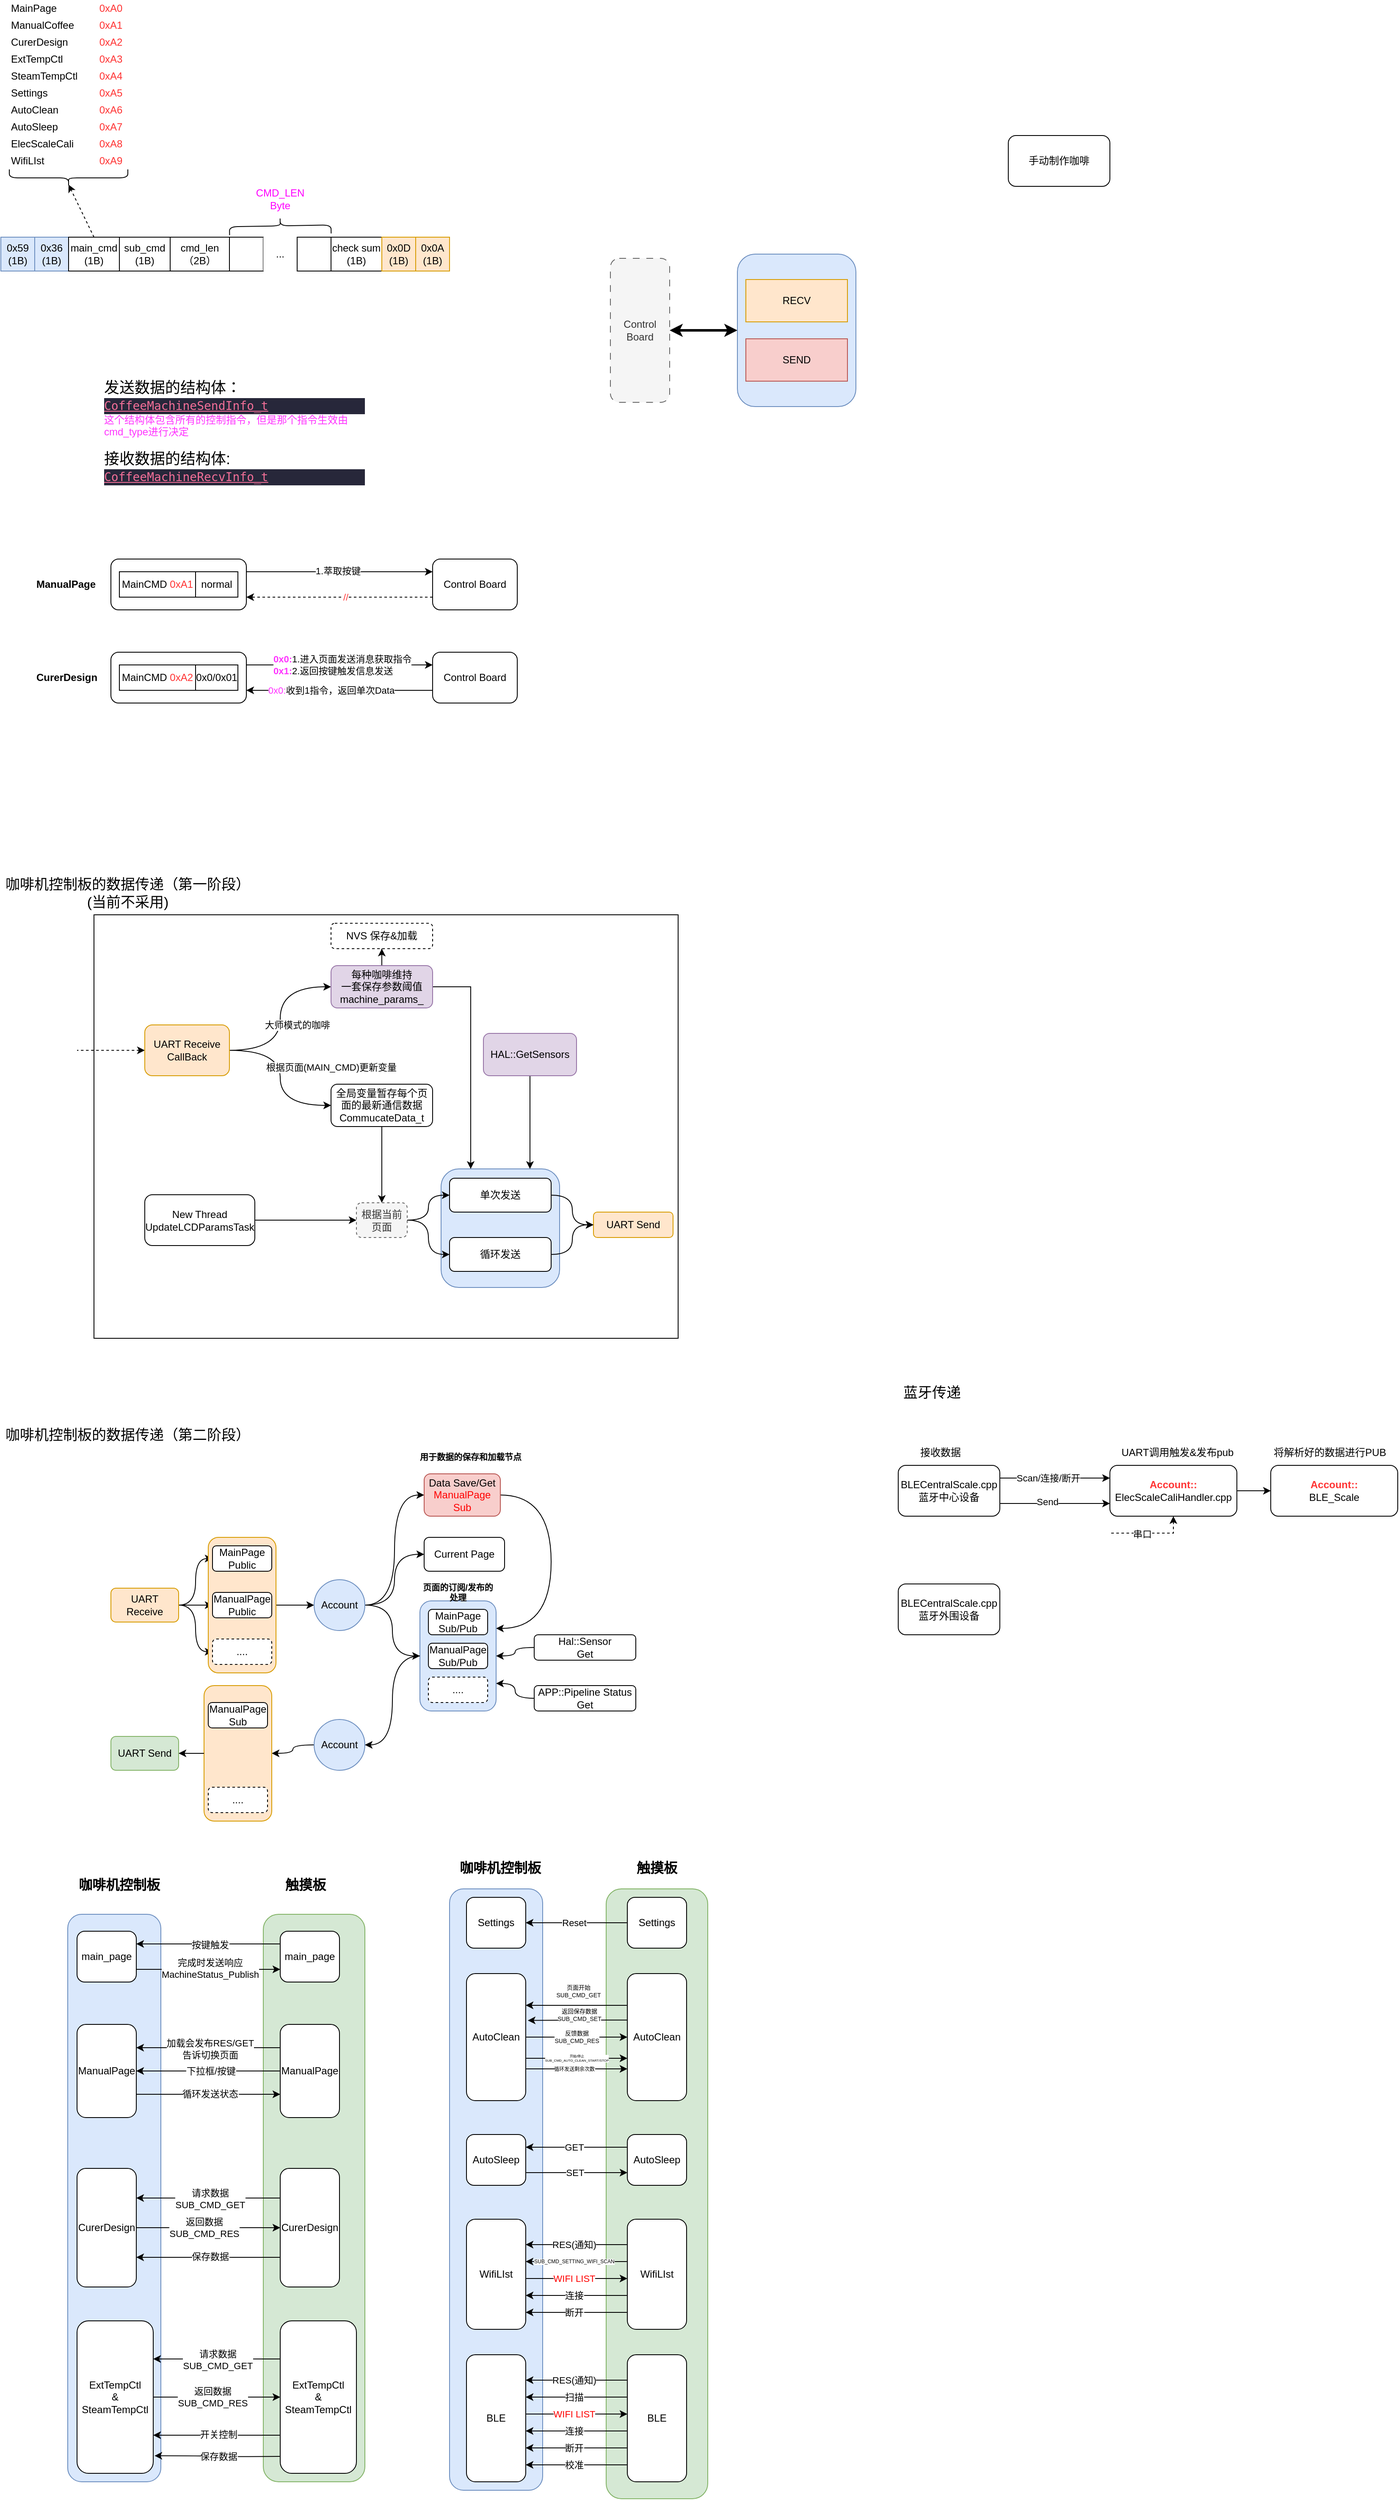
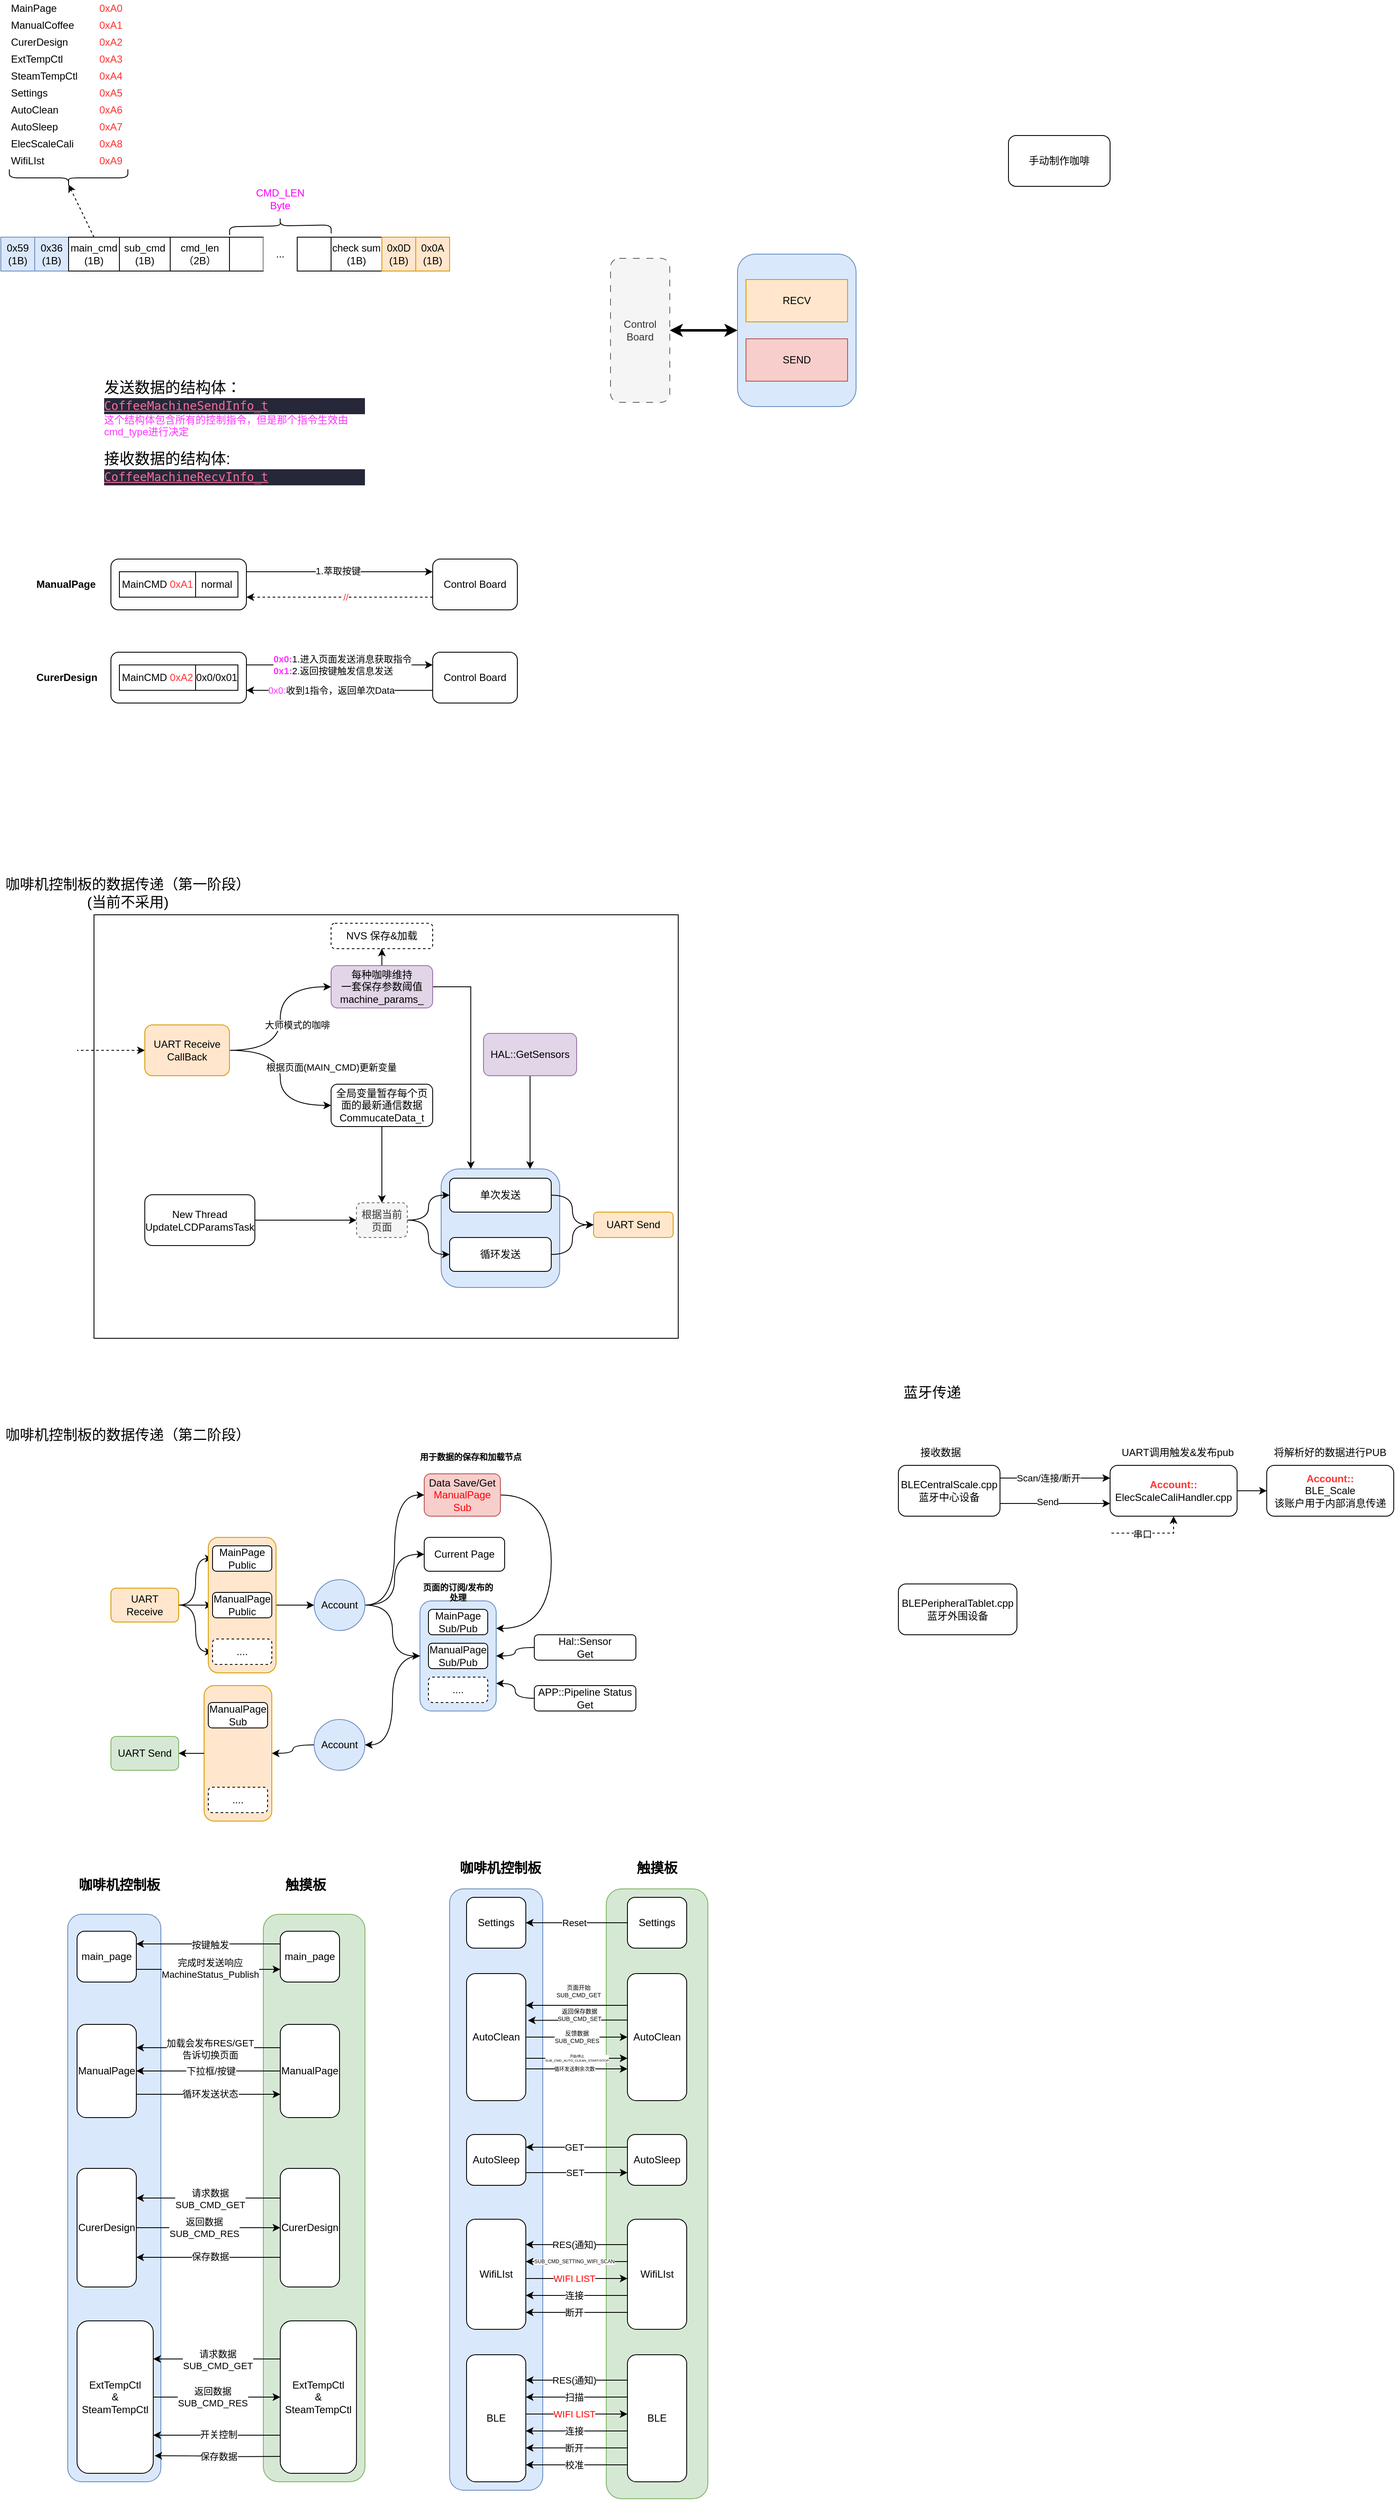
<mxfile host="app.diagrams.net" agent="Mozilla/5.0 (X11; Linux x86_64) AppleWebKit/537.36 (KHTML, like Gecko) Chrome/140.0.0.0 Safari/537.36" version="29.6.0">
  <diagram name="第 1 页" id="YS_H6mL25fh3fKIpdfkU">
-     <mxGraphModel dx="320" dy="178" grid="1" gridSize="10" guides="1" tooltips="1" connect="1" arrows="1" fold="1" page="1" pageScale="1" pageWidth="2339" pageHeight="3300" math="0" shadow="0">
+     <mxGraphModel dx="792" dy="439" grid="1" gridSize="10" guides="1" tooltips="1" connect="1" arrows="1" fold="1" page="1" pageScale="1" pageWidth="2339" pageHeight="3300" math="0" shadow="0">
      <root>
        <mxCell id="0" />
        <mxCell id="1" parent="0" />
        <mxCell id="So0UA55S36cV1F2LpzZS-79" parent="1" style="rounded=1;whiteSpace=wrap;html=1;fillColor=#dae8fc;strokeColor=#6c8ebf;" value="" vertex="1">
          <mxGeometry height="710" width="110" x="540" y="2430" as="geometry" />
        </mxCell>
        <mxCell id="So0UA55S36cV1F2LpzZS-78" parent="1" style="rounded=1;whiteSpace=wrap;html=1;fillColor=#d5e8d4;strokeColor=#82b366;" value="" vertex="1">
          <mxGeometry height="720" width="120" x="725" y="2430" as="geometry" />
        </mxCell>
        <mxCell id="So0UA55S36cV1F2LpzZS-27" parent="1" style="rounded=1;whiteSpace=wrap;html=1;fillColor=#d5e8d4;strokeColor=#82b366;" value="" vertex="1">
          <mxGeometry height="670" width="120" x="320" y="2460" as="geometry" />
        </mxCell>
        <mxCell id="So0UA55S36cV1F2LpzZS-26" parent="1" style="rounded=1;whiteSpace=wrap;html=1;fillColor=#dae8fc;strokeColor=#6c8ebf;" value="" vertex="1">
          <mxGeometry height="670" width="110" x="89" y="2460" as="geometry" />
        </mxCell>
        <mxCell id="2UAaex6_is9iRHGtf3RM-1" parent="1" style="rounded=0;whiteSpace=wrap;html=1;" value="" vertex="1">
          <mxGeometry height="500" width="690" x="120" y="1280" as="geometry" />
        </mxCell>
        <mxCell id="QHgMQiRaE8kp91t9TFko-46" edge="1" parent="1" source="QHgMQiRaE8kp91t9TFko-44" style="edgeStyle=orthogonalEdgeStyle;curved=1;rounded=0;orthogonalLoop=1;jettySize=auto;html=1;exitX=1;exitY=0.5;exitDx=0;exitDy=0;entryX=0;entryY=0.5;entryDx=0;entryDy=0;" target="QHgMQiRaE8kp91t9TFko-20">
          <mxGeometry relative="1" as="geometry" />
        </mxCell>
        <mxCell id="QHgMQiRaE8kp91t9TFko-8" parent="1" style="rounded=1;whiteSpace=wrap;html=1;fillColor=#dae8fc;strokeColor=#6c8ebf;" value="" vertex="1">
          <mxGeometry height="140" width="140" x="530" y="1580" as="geometry" />
        </mxCell>
        <mxCell id="LW7SI0gk3JkEk94tFt96-5" edge="1" parent="1" source="LW7SI0gk3JkEk94tFt96-3" style="edgeStyle=orthogonalEdgeStyle;rounded=0;orthogonalLoop=1;jettySize=auto;html=1;exitX=1;exitY=0.25;exitDx=0;exitDy=0;entryX=0;entryY=0.25;entryDx=0;entryDy=0;" target="LW7SI0gk3JkEk94tFt96-4">
          <mxGeometry relative="1" as="geometry" />
        </mxCell>
        <mxCell id="LW7SI0gk3JkEk94tFt96-7" connectable="0" parent="LW7SI0gk3JkEk94tFt96-5" style="edgeLabel;html=1;align=center;verticalAlign=middle;resizable=0;points=[];" value="1.萃取按键" vertex="1">
          <mxGeometry relative="1" x="-0.0226" y="1" as="geometry">
            <mxPoint as="offset" />
          </mxGeometry>
        </mxCell>
        <mxCell id="LW7SI0gk3JkEk94tFt96-3" parent="1" style="rounded=1;whiteSpace=wrap;html=1;" value="" vertex="1">
          <mxGeometry height="60" width="160" x="140" y="860" as="geometry" />
        </mxCell>
        <mxCell id="E0zu7Y5M0wVkiJI-4bCJ-4" parent="1" style="rounded=1;whiteSpace=wrap;html=1;fillColor=#dae8fc;strokeColor=#6c8ebf;" value="" vertex="1">
          <mxGeometry height="180" width="140" x="880" y="500" as="geometry" />
        </mxCell>
        <mxCell id="ZfkO5bAba6AxOlsboeHB-1" parent="1" style="rounded=0;whiteSpace=wrap;html=1;fillColor=#dae8fc;strokeColor=#6c8ebf;" value="0x59&lt;br&gt;(1B)" vertex="1">
          <mxGeometry height="40" width="40" x="10" y="480" as="geometry" />
        </mxCell>
        <mxCell id="ZfkO5bAba6AxOlsboeHB-2" parent="1" style="rounded=0;whiteSpace=wrap;html=1;fillColor=#dae8fc;strokeColor=#6c8ebf;" value="0x36&lt;br&gt;(1B)" vertex="1">
          <mxGeometry height="40" width="40" x="50" y="480" as="geometry" />
        </mxCell>
        <mxCell id="ZfkO5bAba6AxOlsboeHB-3" parent="1" style="rounded=0;whiteSpace=wrap;html=1;" value="cmd_len&lt;br&gt;（2B）" vertex="1">
          <mxGeometry height="40" width="70" x="210" y="480" as="geometry" />
        </mxCell>
        <mxCell id="wmODB4DJ2BbZmpBUl9iy-1" parent="1" style="rounded=0;whiteSpace=wrap;html=1;" value="sub_cmd&lt;br&gt;(1B)" vertex="1">
          <mxGeometry height="40" width="60" x="150" y="480" as="geometry" />
        </mxCell>
        <mxCell id="wmODB4DJ2BbZmpBUl9iy-3" parent="1" style="rounded=0;whiteSpace=wrap;html=1;" value="" vertex="1">
          <mxGeometry height="40" width="40" x="280" y="480" as="geometry" />
        </mxCell>
        <mxCell id="wmODB4DJ2BbZmpBUl9iy-4" parent="1" style="rounded=0;whiteSpace=wrap;html=1;gradientColor=none;strokeColor=none;" value="..." vertex="1">
          <mxGeometry height="40" width="40" x="320" y="480" as="geometry" />
        </mxCell>
        <mxCell id="wmODB4DJ2BbZmpBUl9iy-5" parent="1" style="rounded=0;whiteSpace=wrap;html=1;" value="" vertex="1">
          <mxGeometry height="40" width="40" x="360" y="480" as="geometry" />
        </mxCell>
        <mxCell id="wmODB4DJ2BbZmpBUl9iy-6" parent="1" style="rounded=0;whiteSpace=wrap;html=1;" value="check sum&lt;br&gt;(1B)" vertex="1">
          <mxGeometry height="40" width="60" x="400" y="480" as="geometry" />
        </mxCell>
        <mxCell id="wmODB4DJ2BbZmpBUl9iy-7" parent="1" style="shape=curlyBracket;whiteSpace=wrap;html=1;rounded=1;labelPosition=left;verticalLabelPosition=middle;align=right;verticalAlign=middle;rotation=89;" value="" vertex="1">
          <mxGeometry height="120" width="20" x="330" y="406.65" as="geometry" />
        </mxCell>
        <mxCell id="wmODB4DJ2BbZmpBUl9iy-8" parent="1" style="text;html=1;whiteSpace=wrap;strokeColor=none;fillColor=none;align=center;verticalAlign=middle;rounded=0;fontColor=#FF00FF;" value="CMD_LEN Byte" vertex="1">
          <mxGeometry height="30" width="60" x="310" y="420" as="geometry" />
        </mxCell>
        <mxCell id="wmODB4DJ2BbZmpBUl9iy-9" parent="1" style="rounded=0;whiteSpace=wrap;html=1;fillColor=#ffe6cc;strokeColor=#d79b00;" value="0x0D&lt;br&gt;(1B)" vertex="1">
          <mxGeometry height="40" width="40" x="460" y="480" as="geometry" />
        </mxCell>
        <mxCell id="wmODB4DJ2BbZmpBUl9iy-10" parent="1" style="rounded=0;whiteSpace=wrap;html=1;fillColor=#ffe6cc;strokeColor=#d79b00;" value="0x0A&lt;br&gt;(1B)" vertex="1">
          <mxGeometry height="40" width="40" x="500" y="480" as="geometry" />
        </mxCell>
        <mxCell id="E0zu7Y5M0wVkiJI-4bCJ-1" parent="1" style="text;html=1;whiteSpace=wrap;strokeColor=none;fillColor=none;align=left;verticalAlign=middle;rounded=0;" value="&lt;font style=&quot;font-size: 18px;&quot;&gt;发送数据的结构体：&lt;/font&gt;&lt;br&gt;&lt;div style=&quot;color: rgb(252, 246, 255); background-color: rgb(39, 39, 58); font-family: &amp;quot;Droid Sans Mono&amp;quot;, &amp;quot;monospace&amp;quot;, monospace; font-size: 14px; line-height: 19px; white-space: pre;&quot;&gt;&lt;span style=&quot;color: rgb(243, 111, 152); text-decoration-line: underline;&quot;&gt;CoffeeMachineSendInfo_t&lt;/span&gt;&lt;/div&gt;&lt;font style=&quot;color: rgb(255, 51, 255);&quot;&gt;这个结构体包含所有的控制指令，但是那个指令生效由cmd_type进行决定&lt;/font&gt;&lt;br&gt;&lt;br&gt;&lt;font style=&quot;font-size: 18px;&quot;&gt;接收数据的结构体:&lt;/font&gt;&lt;br&gt;&lt;div style=&quot;color: rgb(252, 246, 255); background-color: rgb(39, 39, 58); font-family: &amp;quot;Droid Sans Mono&amp;quot;, &amp;quot;monospace&amp;quot;, monospace; font-size: 14px; line-height: 19px; white-space: pre;&quot;&gt;&lt;span style=&quot;color: rgb(243, 111, 152); text-decoration-line: underline;&quot;&gt;CoffeeMachineRecvInfo_t&lt;/span&gt;&lt;/div&gt;" vertex="1">
          <mxGeometry height="200" width="310" x="130" y="610" as="geometry" />
        </mxCell>
        <mxCell id="E0zu7Y5M0wVkiJI-4bCJ-2" parent="1" style="rounded=0;whiteSpace=wrap;html=1;fillColor=#ffe6cc;strokeColor=#d79b00;" value="RECV" vertex="1">
          <mxGeometry height="50" width="120" x="890" y="530" as="geometry" />
        </mxCell>
        <mxCell id="E0zu7Y5M0wVkiJI-4bCJ-3" parent="1" style="rounded=0;whiteSpace=wrap;html=1;fillColor=#f8cecc;strokeColor=#b85450;" value="SEND" vertex="1">
          <mxGeometry height="50" width="120" x="890" y="600" as="geometry" />
        </mxCell>
        <mxCell id="E0zu7Y5M0wVkiJI-4bCJ-6" edge="1" parent="1" source="E0zu7Y5M0wVkiJI-4bCJ-5" style="edgeStyle=orthogonalEdgeStyle;rounded=0;orthogonalLoop=1;jettySize=auto;html=1;exitX=1;exitY=0.5;exitDx=0;exitDy=0;entryX=0;entryY=0.5;entryDx=0;entryDy=0;startArrow=classic;startFill=1;strokeWidth=3;" target="E0zu7Y5M0wVkiJI-4bCJ-4">
          <mxGeometry relative="1" as="geometry" />
        </mxCell>
        <mxCell id="E0zu7Y5M0wVkiJI-4bCJ-5" parent="1" style="rounded=1;whiteSpace=wrap;html=1;rotation=0;dashed=1;dashPattern=8 8;fillColor=#f5f5f5;fontColor=#333333;strokeColor=#666666;" value="Control Board" vertex="1">
          <mxGeometry height="170" width="70" x="730" y="505" as="geometry" />
        </mxCell>
        <mxCell id="E0zu7Y5M0wVkiJI-4bCJ-7" parent="1" style="rounded=1;whiteSpace=wrap;html=1;" value="手动制作咖啡" vertex="1">
          <mxGeometry height="60" width="120" x="1200" y="360" as="geometry" />
        </mxCell>
        <mxCell id="E0zu7Y5M0wVkiJI-4bCJ-13" parent="1" style="rounded=0;whiteSpace=wrap;html=1;" value="main_cmd&lt;br&gt;(1B)" vertex="1">
          <mxGeometry height="40" width="60" x="90" y="480" as="geometry" />
        </mxCell>
        <mxCell id="E0zu7Y5M0wVkiJI-4bCJ-14" parent="1" style="text;html=1;whiteSpace=wrap;strokeColor=none;fillColor=none;align=left;verticalAlign=middle;rounded=0;" value="MainPage" vertex="1">
          <mxGeometry height="20" width="60" x="20" y="200" as="geometry" />
        </mxCell>
        <mxCell id="E0zu7Y5M0wVkiJI-4bCJ-15" parent="1" style="text;html=1;whiteSpace=wrap;strokeColor=none;fillColor=none;align=left;verticalAlign=middle;rounded=0;" value="ManualCoffee" vertex="1">
          <mxGeometry height="20" width="80" x="20" y="220" as="geometry" />
        </mxCell>
        <mxCell id="E0zu7Y5M0wVkiJI-4bCJ-16" parent="1" style="text;html=1;whiteSpace=wrap;strokeColor=none;fillColor=none;align=left;verticalAlign=middle;rounded=0;" value="CurerDesign" vertex="1">
          <mxGeometry height="20" width="70" x="20" y="240" as="geometry" />
        </mxCell>
        <mxCell id="E0zu7Y5M0wVkiJI-4bCJ-17" parent="1" style="text;html=1;whiteSpace=wrap;strokeColor=none;fillColor=none;align=left;verticalAlign=middle;rounded=0;" value="ExtTempCtl" vertex="1">
          <mxGeometry height="20" width="70" x="20" y="260" as="geometry" />
        </mxCell>
        <mxCell id="E0zu7Y5M0wVkiJI-4bCJ-18" parent="1" style="text;html=1;whiteSpace=wrap;strokeColor=none;fillColor=none;align=left;verticalAlign=middle;rounded=0;" value="SteamTempCtl" vertex="1">
          <mxGeometry height="20" width="80" x="20" y="280" as="geometry" />
        </mxCell>
        <mxCell id="E0zu7Y5M0wVkiJI-4bCJ-19" parent="1" style="text;html=1;whiteSpace=wrap;strokeColor=none;fillColor=none;align=left;verticalAlign=middle;rounded=0;" value="Settings" vertex="1">
          <mxGeometry height="20" width="80" x="20" y="300" as="geometry" />
        </mxCell>
        <mxCell id="E0zu7Y5M0wVkiJI-4bCJ-20" parent="1" style="text;html=1;whiteSpace=wrap;strokeColor=none;fillColor=none;align=left;verticalAlign=middle;rounded=0;" value="AutoClean" vertex="1">
          <mxGeometry height="20" width="80" x="20" y="320" as="geometry" />
        </mxCell>
        <mxCell id="E0zu7Y5M0wVkiJI-4bCJ-21" parent="1" style="text;html=1;whiteSpace=wrap;strokeColor=none;fillColor=none;align=left;verticalAlign=middle;rounded=0;" value="AutoSleep" vertex="1">
          <mxGeometry height="20" width="80" x="20" y="340" as="geometry" />
        </mxCell>
        <mxCell id="E0zu7Y5M0wVkiJI-4bCJ-22" parent="1" style="text;html=1;whiteSpace=wrap;strokeColor=none;fillColor=none;align=left;verticalAlign=middle;rounded=0;" value="WifiLIst" vertex="1">
          <mxGeometry height="20" width="80" x="20" y="380" as="geometry" />
        </mxCell>
        <mxCell id="E0zu7Y5M0wVkiJI-4bCJ-23" parent="1" style="text;html=1;whiteSpace=wrap;strokeColor=none;fillColor=none;align=left;verticalAlign=middle;rounded=0;" value="ElecScaleCali" vertex="1">
          <mxGeometry height="20" width="80" x="20" y="360" as="geometry" />
        </mxCell>
        <mxCell id="E0zu7Y5M0wVkiJI-4bCJ-24" parent="1" style="text;html=1;whiteSpace=wrap;strokeColor=none;fillColor=none;align=center;verticalAlign=middle;rounded=0;fontColor=#FF3333;" value="0xA0" vertex="1">
          <mxGeometry height="15" width="60" x="110" y="202.5" as="geometry" />
        </mxCell>
        <mxCell id="E0zu7Y5M0wVkiJI-4bCJ-25" parent="1" style="text;html=1;whiteSpace=wrap;strokeColor=none;fillColor=none;align=center;verticalAlign=middle;rounded=0;fontColor=#FF3333;" value="0xA1" vertex="1">
          <mxGeometry height="15" width="60" x="110" y="222.5" as="geometry" />
        </mxCell>
        <mxCell id="E0zu7Y5M0wVkiJI-4bCJ-26" parent="1" style="text;html=1;whiteSpace=wrap;strokeColor=none;fillColor=none;align=center;verticalAlign=middle;rounded=0;fontColor=#FF3333;" value="0xA2" vertex="1">
          <mxGeometry height="15" width="60" x="110" y="242.5" as="geometry" />
        </mxCell>
        <mxCell id="E0zu7Y5M0wVkiJI-4bCJ-27" parent="1" style="text;html=1;whiteSpace=wrap;strokeColor=none;fillColor=none;align=center;verticalAlign=middle;rounded=0;fontColor=#FF3333;" value="0xA3" vertex="1">
          <mxGeometry height="15" width="60" x="110" y="262.5" as="geometry" />
        </mxCell>
        <mxCell id="E0zu7Y5M0wVkiJI-4bCJ-28" parent="1" style="text;html=1;whiteSpace=wrap;strokeColor=none;fillColor=none;align=center;verticalAlign=middle;rounded=0;fontColor=#FF3333;" value="0xA4" vertex="1">
          <mxGeometry height="15" width="60" x="110" y="282.5" as="geometry" />
        </mxCell>
        <mxCell id="E0zu7Y5M0wVkiJI-4bCJ-29" parent="1" style="text;html=1;whiteSpace=wrap;strokeColor=none;fillColor=none;align=center;verticalAlign=middle;rounded=0;fontColor=#FF3333;" value="0xA5" vertex="1">
          <mxGeometry height="15" width="60" x="110" y="302.5" as="geometry" />
        </mxCell>
        <mxCell id="E0zu7Y5M0wVkiJI-4bCJ-30" parent="1" style="text;html=1;whiteSpace=wrap;strokeColor=none;fillColor=none;align=center;verticalAlign=middle;rounded=0;fontColor=#FF3333;" value="0xA6" vertex="1">
          <mxGeometry height="15" width="60" x="110" y="322.5" as="geometry" />
        </mxCell>
        <mxCell id="E0zu7Y5M0wVkiJI-4bCJ-31" parent="1" style="text;html=1;whiteSpace=wrap;strokeColor=none;fillColor=none;align=center;verticalAlign=middle;rounded=0;fontColor=#FF3333;" value="0xA7" vertex="1">
          <mxGeometry height="15" width="60" x="110" y="342.5" as="geometry" />
        </mxCell>
        <mxCell id="E0zu7Y5M0wVkiJI-4bCJ-32" parent="1" style="text;html=1;whiteSpace=wrap;strokeColor=none;fillColor=none;align=center;verticalAlign=middle;rounded=0;fontColor=#FF3333;" value="0xA8" vertex="1">
          <mxGeometry height="15" width="60" x="110" y="362.5" as="geometry" />
        </mxCell>
        <mxCell id="E0zu7Y5M0wVkiJI-4bCJ-33" parent="1" style="text;html=1;whiteSpace=wrap;strokeColor=none;fillColor=none;align=center;verticalAlign=middle;rounded=0;fontColor=#FF3333;" value="0xA9" vertex="1">
          <mxGeometry height="15" width="60" x="110" y="382.5" as="geometry" />
        </mxCell>
        <mxCell id="E0zu7Y5M0wVkiJI-4bCJ-34" parent="1" style="shape=curlyBracket;whiteSpace=wrap;html=1;rounded=1;labelPosition=left;verticalLabelPosition=middle;align=right;verticalAlign=middle;rotation=-90;" value="" vertex="1">
          <mxGeometry height="140" width="20" x="80" y="340" as="geometry" />
        </mxCell>
        <mxCell id="E0zu7Y5M0wVkiJI-4bCJ-36" edge="1" parent="1" source="E0zu7Y5M0wVkiJI-4bCJ-13" style="rounded=0;orthogonalLoop=1;jettySize=auto;html=1;exitX=0.5;exitY=0;exitDx=0;exitDy=0;entryX=0.1;entryY=0.5;entryDx=0;entryDy=0;entryPerimeter=0;dashed=1;" target="E0zu7Y5M0wVkiJI-4bCJ-34">
          <mxGeometry relative="1" as="geometry" />
        </mxCell>
        <mxCell id="E0zu7Y5M0wVkiJI-4bCJ-37" parent="1" style="text;html=1;whiteSpace=wrap;strokeColor=none;fillColor=none;align=left;verticalAlign=middle;rounded=0;fontStyle=1" value="ManualPage" vertex="1">
          <mxGeometry height="20" width="60" x="50" y="880" as="geometry" />
        </mxCell>
        <mxCell id="LW7SI0gk3JkEk94tFt96-1" parent="1" style="rounded=0;whiteSpace=wrap;html=1;" value="&lt;span style=&quot;text-align: left;&quot;&gt;MainCMD&amp;nbsp;&lt;/span&gt;&lt;span style=&quot;color: rgb(255, 51, 51);&quot;&gt;0xA1&lt;/span&gt;" vertex="1">
          <mxGeometry height="30" width="90" x="150" y="875" as="geometry" />
        </mxCell>
        <mxCell id="LW7SI0gk3JkEk94tFt96-2" parent="1" style="rounded=0;whiteSpace=wrap;html=1;" value="&lt;div style=&quot;text-align: left;&quot;&gt;normal&lt;/div&gt;" vertex="1">
          <mxGeometry height="30" width="50" x="240" y="875" as="geometry" />
        </mxCell>
        <mxCell id="LW7SI0gk3JkEk94tFt96-6" edge="1" parent="1" source="LW7SI0gk3JkEk94tFt96-4" style="edgeStyle=orthogonalEdgeStyle;rounded=0;orthogonalLoop=1;jettySize=auto;html=1;exitX=0;exitY=0.75;exitDx=0;exitDy=0;entryX=1;entryY=0.75;entryDx=0;entryDy=0;dashed=1;" target="LW7SI0gk3JkEk94tFt96-3">
          <mxGeometry relative="1" as="geometry" />
        </mxCell>
        <mxCell id="LW7SI0gk3JkEk94tFt96-8" connectable="0" parent="LW7SI0gk3JkEk94tFt96-6" style="edgeLabel;html=1;align=center;verticalAlign=middle;resizable=0;points=[];" value="&lt;font style=&quot;color: rgb(255, 51, 51);&quot;&gt;//&lt;/font&gt;" vertex="1">
          <mxGeometry relative="1" x="-0.0607" as="geometry">
            <mxPoint as="offset" />
          </mxGeometry>
        </mxCell>
        <mxCell id="LW7SI0gk3JkEk94tFt96-4" parent="1" style="rounded=1;whiteSpace=wrap;html=1;" value="Control Board" vertex="1">
          <mxGeometry height="60" width="100" x="520" y="860" as="geometry" />
        </mxCell>
        <mxCell id="LW7SI0gk3JkEk94tFt96-9" edge="1" parent="1" source="LW7SI0gk3JkEk94tFt96-11" style="edgeStyle=orthogonalEdgeStyle;rounded=0;orthogonalLoop=1;jettySize=auto;html=1;exitX=1;exitY=0.25;exitDx=0;exitDy=0;entryX=0;entryY=0.25;entryDx=0;entryDy=0;" target="LW7SI0gk3JkEk94tFt96-17">
          <mxGeometry relative="1" as="geometry" />
        </mxCell>
        <mxCell id="LW7SI0gk3JkEk94tFt96-10" connectable="0" parent="LW7SI0gk3JkEk94tFt96-9" style="edgeLabel;html=1;align=left;verticalAlign=middle;resizable=0;points=[];" value="&lt;b&gt;&lt;font style=&quot;color: rgb(255, 51, 255);&quot;&gt;0x0:&lt;/font&gt;&lt;/b&gt;1.进入页面发送消息获取指令&lt;br&gt;&lt;b&gt;&lt;font style=&quot;color: rgb(255, 51, 255);&quot;&gt;0x1:&lt;/font&gt;&lt;/b&gt;2.返回按键触发信息发送" vertex="1">
          <mxGeometry relative="1" x="-0.0226" y="1" as="geometry">
            <mxPoint x="-78" y="1" as="offset" />
          </mxGeometry>
        </mxCell>
        <mxCell id="LW7SI0gk3JkEk94tFt96-11" parent="1" style="rounded=1;whiteSpace=wrap;html=1;" value="" vertex="1">
          <mxGeometry height="60" width="160" x="140" y="970" as="geometry" />
        </mxCell>
        <mxCell id="LW7SI0gk3JkEk94tFt96-12" parent="1" style="text;html=1;whiteSpace=wrap;strokeColor=none;fillColor=none;align=left;verticalAlign=middle;rounded=0;fontStyle=1" value="CurerDesign" vertex="1">
          <mxGeometry height="20" width="60" x="50" y="990" as="geometry" />
        </mxCell>
        <mxCell id="LW7SI0gk3JkEk94tFt96-13" parent="1" style="rounded=0;whiteSpace=wrap;html=1;" value="&lt;span style=&quot;text-align: left;&quot;&gt;MainCMD&amp;nbsp;&lt;/span&gt;&lt;span style=&quot;color: rgb(255, 51, 51);&quot;&gt;0xA2&lt;/span&gt;" vertex="1">
          <mxGeometry height="30" width="90" x="150" y="985" as="geometry" />
        </mxCell>
        <mxCell id="LW7SI0gk3JkEk94tFt96-14" parent="1" style="rounded=0;whiteSpace=wrap;html=1;" value="&lt;div style=&quot;text-align: left;&quot;&gt;0x0/0x01&lt;/div&gt;" vertex="1">
          <mxGeometry height="30" width="50" x="240" y="985" as="geometry" />
        </mxCell>
        <mxCell id="LW7SI0gk3JkEk94tFt96-15" edge="1" parent="1" source="LW7SI0gk3JkEk94tFt96-17" style="edgeStyle=orthogonalEdgeStyle;rounded=0;orthogonalLoop=1;jettySize=auto;html=1;exitX=0;exitY=0.75;exitDx=0;exitDy=0;entryX=1;entryY=0.75;entryDx=0;entryDy=0;" target="LW7SI0gk3JkEk94tFt96-11">
          <mxGeometry relative="1" as="geometry" />
        </mxCell>
        <mxCell id="LW7SI0gk3JkEk94tFt96-20" connectable="0" parent="LW7SI0gk3JkEk94tFt96-15" style="edgeLabel;html=1;align=center;verticalAlign=middle;resizable=0;points=[];" value="&lt;font style=&quot;color: rgb(255, 51, 255);&quot;&gt;0x0:&lt;/font&gt;收到1指令，返回单次Data" vertex="1">
          <mxGeometry relative="1" x="0.2375" y="-1" as="geometry">
            <mxPoint x="16" y="1" as="offset" />
          </mxGeometry>
        </mxCell>
        <mxCell id="LW7SI0gk3JkEk94tFt96-17" parent="1" style="rounded=1;whiteSpace=wrap;html=1;" value="Control Board" vertex="1">
          <mxGeometry height="60" width="100" x="520" y="970" as="geometry" />
        </mxCell>
        <mxCell id="J33PR6cPvQYWGb48CCDG-5" edge="1" parent="1" source="J33PR6cPvQYWGb48CCDG-1" style="edgeStyle=orthogonalEdgeStyle;rounded=0;orthogonalLoop=1;jettySize=auto;html=1;exitX=0;exitY=0.5;exitDx=0;exitDy=0;startArrow=classic;startFill=1;endArrow=none;endFill=0;dashed=1;">
          <mxGeometry relative="1" as="geometry">
            <Array as="points">
              <mxPoint x="100" y="1440" />
            </Array>
            <mxPoint x="100" y="1440" as="targetPoint" />
          </mxGeometry>
        </mxCell>
        <mxCell id="J33PR6cPvQYWGb48CCDG-8" edge="1" parent="1" source="J33PR6cPvQYWGb48CCDG-1" style="edgeStyle=orthogonalEdgeStyle;rounded=0;orthogonalLoop=1;jettySize=auto;html=1;exitX=1;exitY=0.5;exitDx=0;exitDy=0;entryX=0;entryY=0.5;entryDx=0;entryDy=0;curved=1;" target="J33PR6cPvQYWGb48CCDG-7">
          <mxGeometry relative="1" as="geometry" />
        </mxCell>
        <mxCell id="J33PR6cPvQYWGb48CCDG-9" connectable="0" parent="J33PR6cPvQYWGb48CCDG-8" style="edgeLabel;html=1;align=center;verticalAlign=middle;resizable=0;points=[];" value="根据页面(MAIN_CMD)更新变量" vertex="1">
          <mxGeometry relative="1" x="0.0044" y="-3" as="geometry">
            <mxPoint x="63" y="-13" as="offset" />
          </mxGeometry>
        </mxCell>
        <mxCell id="J33PR6cPvQYWGb48CCDG-11" edge="1" parent="1" source="J33PR6cPvQYWGb48CCDG-1" style="edgeStyle=orthogonalEdgeStyle;rounded=0;orthogonalLoop=1;jettySize=auto;html=1;exitX=1;exitY=0.5;exitDx=0;exitDy=0;entryX=0;entryY=0.5;entryDx=0;entryDy=0;curved=1;" target="J33PR6cPvQYWGb48CCDG-10">
          <mxGeometry relative="1" as="geometry" />
        </mxCell>
        <mxCell id="J33PR6cPvQYWGb48CCDG-12" connectable="0" parent="J33PR6cPvQYWGb48CCDG-11" style="edgeLabel;html=1;align=center;verticalAlign=middle;resizable=0;points=[];" value="大师模式的咖啡" vertex="1">
          <mxGeometry relative="1" x="-0.0542" y="-3" as="geometry">
            <mxPoint x="17" y="2" as="offset" />
          </mxGeometry>
        </mxCell>
        <mxCell id="J33PR6cPvQYWGb48CCDG-1" parent="1" style="rounded=1;whiteSpace=wrap;html=1;fillColor=#ffe6cc;strokeColor=#d79b00;" value="UART Receive&lt;br&gt;CallBack" vertex="1">
          <mxGeometry height="60" width="100" x="180" y="1410" as="geometry" />
        </mxCell>
        <mxCell id="J33PR6cPvQYWGb48CCDG-2" parent="1" style="text;html=1;whiteSpace=wrap;strokeColor=none;fillColor=none;align=center;verticalAlign=middle;rounded=0;fontSize=17;" value="咖啡机控制板的数据传递（第一阶段）(当前不采用&lt;span style=&quot;background-color: transparent; color: light-dark(rgb(0, 0, 0), rgb(255, 255, 255));&quot;&gt;)&lt;/span&gt;" vertex="1">
          <mxGeometry height="30" width="300" x="10" y="1240" as="geometry" />
        </mxCell>
        <mxCell id="J33PR6cPvQYWGb48CCDG-4" parent="1" style="rounded=1;whiteSpace=wrap;html=1;fillColor=#ffe6cc;strokeColor=#d79b00;" value="UART Send" vertex="1">
          <mxGeometry height="30" width="94" x="710" y="1631" as="geometry" />
        </mxCell>
        <mxCell id="QHgMQiRaE8kp91t9TFko-12" edge="1" parent="1" source="J33PR6cPvQYWGb48CCDG-7" style="edgeStyle=orthogonalEdgeStyle;rounded=0;orthogonalLoop=1;jettySize=auto;html=1;exitX=0.5;exitY=1;exitDx=0;exitDy=0;entryX=0.5;entryY=0;entryDx=0;entryDy=0;curved=1;" target="9MY9XchGhbJzdbUOc_TD-1">
          <mxGeometry relative="1" as="geometry" />
        </mxCell>
        <mxCell id="J33PR6cPvQYWGb48CCDG-7" parent="1" style="rounded=1;whiteSpace=wrap;html=1;" value="全局变量暂存每个页面的最新通信数据&lt;br&gt;CommucateData_t" vertex="1">
          <mxGeometry height="50" width="120" x="400" y="1480" as="geometry" />
        </mxCell>
        <mxCell id="J33PR6cPvQYWGb48CCDG-14" edge="1" parent="1" source="J33PR6cPvQYWGb48CCDG-10" style="edgeStyle=orthogonalEdgeStyle;rounded=0;orthogonalLoop=1;jettySize=auto;html=1;" target="J33PR6cPvQYWGb48CCDG-13" value="">
          <mxGeometry relative="1" as="geometry" />
        </mxCell>
        <mxCell id="QHgMQiRaE8kp91t9TFko-15" edge="1" parent="1" source="J33PR6cPvQYWGb48CCDG-10" style="edgeStyle=orthogonalEdgeStyle;rounded=0;orthogonalLoop=1;jettySize=auto;html=1;exitX=1;exitY=0.5;exitDx=0;exitDy=0;entryX=0.25;entryY=0;entryDx=0;entryDy=0;" target="QHgMQiRaE8kp91t9TFko-8">
          <mxGeometry relative="1" as="geometry" />
        </mxCell>
        <mxCell id="J33PR6cPvQYWGb48CCDG-10" parent="1" style="rounded=1;whiteSpace=wrap;html=1;fillColor=#e1d5e7;strokeColor=#9673a6;" value="每种咖啡维持&lt;br&gt;一套保存参数阈值&lt;br&gt;machine_params_" vertex="1">
          <mxGeometry height="50" width="120" x="400" y="1340" as="geometry" />
        </mxCell>
        <mxCell id="J33PR6cPvQYWGb48CCDG-13" parent="1" style="whiteSpace=wrap;html=1;rounded=1;dashed=1;" value="NVS 保存&amp;amp;加载" vertex="1">
          <mxGeometry height="30" width="120" x="400" y="1290" as="geometry" />
        </mxCell>
        <mxCell id="QHgMQiRaE8kp91t9TFko-3" edge="1" parent="1" source="9MY9XchGhbJzdbUOc_TD-1" style="edgeStyle=orthogonalEdgeStyle;rounded=0;orthogonalLoop=1;jettySize=auto;html=1;exitX=1;exitY=0.5;exitDx=0;exitDy=0;entryX=0;entryY=0.5;entryDx=0;entryDy=0;curved=1;" target="9MY9XchGhbJzdbUOc_TD-2">
          <mxGeometry relative="1" as="geometry" />
        </mxCell>
        <mxCell id="QHgMQiRaE8kp91t9TFko-4" edge="1" parent="1" source="9MY9XchGhbJzdbUOc_TD-1" style="edgeStyle=orthogonalEdgeStyle;rounded=0;orthogonalLoop=1;jettySize=auto;html=1;exitX=1;exitY=0.5;exitDx=0;exitDy=0;entryX=0;entryY=0.5;entryDx=0;entryDy=0;curved=1;" target="QHgMQiRaE8kp91t9TFko-2">
          <mxGeometry relative="1" as="geometry" />
        </mxCell>
        <mxCell id="9MY9XchGhbJzdbUOc_TD-1" parent="1" style="rounded=1;whiteSpace=wrap;html=1;dashed=1;fillColor=#f5f5f5;fontColor=#333333;strokeColor=#666666;" value="根据当前页面" vertex="1">
          <mxGeometry height="41" width="60" x="430" y="1620" as="geometry" />
        </mxCell>
        <mxCell id="QHgMQiRaE8kp91t9TFko-5" edge="1" parent="1" source="9MY9XchGhbJzdbUOc_TD-2" style="edgeStyle=orthogonalEdgeStyle;rounded=0;orthogonalLoop=1;jettySize=auto;html=1;exitX=1;exitY=0.5;exitDx=0;exitDy=0;entryX=0;entryY=0.5;entryDx=0;entryDy=0;curved=1;" target="J33PR6cPvQYWGb48CCDG-4">
          <mxGeometry relative="1" as="geometry" />
        </mxCell>
        <mxCell id="9MY9XchGhbJzdbUOc_TD-2" parent="1" style="rounded=1;whiteSpace=wrap;html=1;" value="单次发送" vertex="1">
          <mxGeometry height="40" width="120" x="540" y="1591" as="geometry" />
        </mxCell>
        <mxCell id="QHgMQiRaE8kp91t9TFko-6" edge="1" parent="1" source="QHgMQiRaE8kp91t9TFko-2" style="edgeStyle=orthogonalEdgeStyle;rounded=0;orthogonalLoop=1;jettySize=auto;html=1;exitX=1;exitY=0.5;exitDx=0;exitDy=0;entryX=0;entryY=0.5;entryDx=0;entryDy=0;curved=1;" target="J33PR6cPvQYWGb48CCDG-4">
          <mxGeometry relative="1" as="geometry" />
        </mxCell>
        <mxCell id="QHgMQiRaE8kp91t9TFko-2" parent="1" style="rounded=1;whiteSpace=wrap;html=1;" value="循环发送" vertex="1">
          <mxGeometry height="40" width="120" x="540" y="1661" as="geometry" />
        </mxCell>
        <mxCell id="QHgMQiRaE8kp91t9TFko-11" edge="1" parent="1" source="QHgMQiRaE8kp91t9TFko-10" style="edgeStyle=orthogonalEdgeStyle;rounded=0;orthogonalLoop=1;jettySize=auto;html=1;exitX=1;exitY=0.5;exitDx=0;exitDy=0;entryX=0;entryY=0.5;entryDx=0;entryDy=0;" target="9MY9XchGhbJzdbUOc_TD-1">
          <mxGeometry relative="1" as="geometry" />
        </mxCell>
        <mxCell id="QHgMQiRaE8kp91t9TFko-10" parent="1" style="rounded=1;whiteSpace=wrap;html=1;" value="New Thread&lt;br&gt;UpdateLCDParamsTask" vertex="1">
          <mxGeometry height="60" width="130" x="180" y="1610.5" as="geometry" />
        </mxCell>
        <mxCell id="QHgMQiRaE8kp91t9TFko-17" edge="1" parent="1" source="QHgMQiRaE8kp91t9TFko-13" style="edgeStyle=orthogonalEdgeStyle;rounded=0;orthogonalLoop=1;jettySize=auto;html=1;exitX=0.5;exitY=1;exitDx=0;exitDy=0;entryX=0.75;entryY=0;entryDx=0;entryDy=0;" target="QHgMQiRaE8kp91t9TFko-8">
          <mxGeometry relative="1" as="geometry" />
        </mxCell>
        <mxCell id="QHgMQiRaE8kp91t9TFko-13" parent="1" style="rounded=1;whiteSpace=wrap;html=1;fillColor=#e1d5e7;strokeColor=#9673a6;" value="HAL::GetSensors" vertex="1">
          <mxGeometry height="50" width="110" x="580" y="1420" as="geometry" />
        </mxCell>
        <mxCell id="QHgMQiRaE8kp91t9TFko-23" edge="1" parent="1" source="QHgMQiRaE8kp91t9TFko-19" style="edgeStyle=orthogonalEdgeStyle;curved=1;rounded=0;orthogonalLoop=1;jettySize=auto;html=1;exitX=1;exitY=0.5;exitDx=0;exitDy=0;entryX=0;entryY=0.5;entryDx=0;entryDy=0;" target="QHgMQiRaE8kp91t9TFko-21">
          <mxGeometry relative="1" as="geometry" />
        </mxCell>
        <mxCell id="QHgMQiRaE8kp91t9TFko-25" edge="1" parent="1" source="QHgMQiRaE8kp91t9TFko-19" style="edgeStyle=orthogonalEdgeStyle;curved=1;rounded=0;orthogonalLoop=1;jettySize=auto;html=1;exitX=1;exitY=0.5;exitDx=0;exitDy=0;entryX=0;entryY=0.5;entryDx=0;entryDy=0;" target="QHgMQiRaE8kp91t9TFko-24">
          <mxGeometry relative="1" as="geometry" />
        </mxCell>
        <mxCell id="QHgMQiRaE8kp91t9TFko-27" edge="1" parent="1" source="QHgMQiRaE8kp91t9TFko-19" style="edgeStyle=orthogonalEdgeStyle;curved=1;rounded=0;orthogonalLoop=1;jettySize=auto;html=1;exitX=1;exitY=0.5;exitDx=0;exitDy=0;entryX=0;entryY=0.5;entryDx=0;entryDy=0;" target="QHgMQiRaE8kp91t9TFko-26">
          <mxGeometry relative="1" as="geometry" />
        </mxCell>
        <mxCell id="QHgMQiRaE8kp91t9TFko-19" parent="1" style="rounded=1;whiteSpace=wrap;html=1;fillColor=#ffe6cc;strokeColor=#d79b00;" value="UART Receive" vertex="1">
          <mxGeometry height="40" width="80" x="140" y="2075" as="geometry" />
        </mxCell>
        <mxCell id="QHgMQiRaE8kp91t9TFko-41" edge="1" parent="1" source="QHgMQiRaE8kp91t9TFko-20" style="edgeStyle=orthogonalEdgeStyle;curved=1;rounded=0;orthogonalLoop=1;jettySize=auto;html=1;exitX=1;exitY=0.5;exitDx=0;exitDy=0;entryX=0;entryY=0.5;entryDx=0;entryDy=0;" target="QHgMQiRaE8kp91t9TFko-39">
          <mxGeometry relative="1" as="geometry" />
        </mxCell>
        <mxCell id="QHgMQiRaE8kp91t9TFko-43" edge="1" parent="1" source="QHgMQiRaE8kp91t9TFko-20" style="edgeStyle=orthogonalEdgeStyle;curved=1;rounded=0;orthogonalLoop=1;jettySize=auto;html=1;exitX=1;exitY=0.5;exitDx=0;exitDy=0;entryX=0;entryY=0.5;entryDx=0;entryDy=0;" target="QHgMQiRaE8kp91t9TFko-37">
          <mxGeometry relative="1" as="geometry" />
        </mxCell>
        <mxCell id="QHgMQiRaE8kp91t9TFko-48" edge="1" parent="1" source="QHgMQiRaE8kp91t9TFko-20" style="edgeStyle=orthogonalEdgeStyle;curved=1;rounded=0;orthogonalLoop=1;jettySize=auto;html=1;exitX=1;exitY=0.5;exitDx=0;exitDy=0;entryX=0;entryY=0.5;entryDx=0;entryDy=0;" target="QHgMQiRaE8kp91t9TFko-45">
          <mxGeometry relative="1" as="geometry" />
        </mxCell>
        <mxCell id="QHgMQiRaE8kp91t9TFko-20" parent="1" style="ellipse;whiteSpace=wrap;html=1;aspect=fixed;fillColor=#dae8fc;strokeColor=#6c8ebf;" value="Account" vertex="1">
          <mxGeometry height="60" width="60" x="380" y="2065" as="geometry" />
        </mxCell>
        <mxCell id="QHgMQiRaE8kp91t9TFko-68" edge="1" parent="1" source="QHgMQiRaE8kp91t9TFko-39" style="edgeStyle=orthogonalEdgeStyle;curved=1;rounded=0;orthogonalLoop=1;jettySize=auto;html=1;exitX=1;exitY=0.5;exitDx=0;exitDy=0;entryX=1;entryY=0.25;entryDx=0;entryDy=0;" target="QHgMQiRaE8kp91t9TFko-37">
          <mxGeometry relative="1" as="geometry">
            <Array as="points">
              <mxPoint x="660" y="1965" />
              <mxPoint x="660" y="2123" />
            </Array>
          </mxGeometry>
        </mxCell>
        <mxCell id="QHgMQiRaE8kp91t9TFko-39" parent="1" style="rounded=1;whiteSpace=wrap;html=1;fillColor=#f8cecc;strokeColor=#b85450;" value="Data Save/Get&lt;br&gt;&lt;font style=&quot;color: rgb(255, 0, 0);&quot;&gt;ManualPage&lt;br&gt;Sub&lt;/font&gt;" vertex="1">
          <mxGeometry height="50" width="90" x="510" y="1940" as="geometry" />
        </mxCell>
        <mxCell id="QHgMQiRaE8kp91t9TFko-40" parent="1" style="text;html=1;whiteSpace=wrap;strokeColor=none;fillColor=none;align=center;verticalAlign=middle;rounded=0;fontStyle=1;fontSize=10;" value="用于数据的保存和加载节点" vertex="1">
          <mxGeometry height="20" width="130" x="500" y="1910" as="geometry" />
        </mxCell>
        <mxCell id="QHgMQiRaE8kp91t9TFko-45" parent="1" style="rounded=1;whiteSpace=wrap;html=1;" value="Current Page" vertex="1">
          <mxGeometry height="40" width="95" x="510" y="2015" as="geometry" />
        </mxCell>
        <mxCell id="QHgMQiRaE8kp91t9TFko-47" connectable="0" parent="1" style="group" value="" vertex="1">
          <mxGeometry height="160" width="80" x="255" y="2015" as="geometry" />
        </mxCell>
        <mxCell id="QHgMQiRaE8kp91t9TFko-44" parent="QHgMQiRaE8kp91t9TFko-47" style="rounded=1;whiteSpace=wrap;html=1;fillColor=#ffe6cc;strokeColor=#d79b00;" value="" vertex="1">
          <mxGeometry height="160" width="80" as="geometry" />
        </mxCell>
        <mxCell id="QHgMQiRaE8kp91t9TFko-21" parent="QHgMQiRaE8kp91t9TFko-47" style="rounded=1;whiteSpace=wrap;html=1;" value="MainPage&lt;br&gt;Public" vertex="1">
          <mxGeometry height="30" width="70" x="5" y="10" as="geometry" />
        </mxCell>
        <mxCell id="QHgMQiRaE8kp91t9TFko-24" parent="QHgMQiRaE8kp91t9TFko-47" style="rounded=1;whiteSpace=wrap;html=1;" value="ManualPage&lt;br&gt;Public" vertex="1">
          <mxGeometry height="30" width="70" x="5" y="65" as="geometry" />
        </mxCell>
        <mxCell id="QHgMQiRaE8kp91t9TFko-26" parent="QHgMQiRaE8kp91t9TFko-47" style="rounded=1;whiteSpace=wrap;html=1;dashed=1;" value="...." vertex="1">
          <mxGeometry height="30" width="70" x="5" y="120" as="geometry" />
        </mxCell>
        <mxCell id="QHgMQiRaE8kp91t9TFko-58" edge="1" parent="1" source="QHgMQiRaE8kp91t9TFko-49" style="edgeStyle=orthogonalEdgeStyle;curved=1;rounded=0;orthogonalLoop=1;jettySize=auto;html=1;exitX=0;exitY=0.5;exitDx=0;exitDy=0;entryX=1;entryY=0.5;entryDx=0;entryDy=0;" target="QHgMQiRaE8kp91t9TFko-52">
          <mxGeometry relative="1" as="geometry" />
        </mxCell>
        <mxCell id="QHgMQiRaE8kp91t9TFko-49" parent="1" style="ellipse;whiteSpace=wrap;html=1;aspect=fixed;fillColor=#dae8fc;strokeColor=#6c8ebf;" value="Account" vertex="1">
          <mxGeometry height="60" width="60" x="380" y="2230" as="geometry" />
        </mxCell>
        <mxCell id="QHgMQiRaE8kp91t9TFko-50" parent="1" style="rounded=1;whiteSpace=wrap;html=1;fillColor=#d5e8d4;strokeColor=#82b366;" value="UART Send" vertex="1">
          <mxGeometry height="40" width="80" x="140" y="2250" as="geometry" />
        </mxCell>
        <mxCell id="QHgMQiRaE8kp91t9TFko-51" connectable="0" parent="1" style="group" value="" vertex="1">
          <mxGeometry height="160" width="80" x="250" y="2190" as="geometry" />
        </mxCell>
        <mxCell id="QHgMQiRaE8kp91t9TFko-52" parent="QHgMQiRaE8kp91t9TFko-51" style="rounded=1;whiteSpace=wrap;html=1;fillColor=#ffe6cc;strokeColor=#d79b00;" value="" vertex="1">
          <mxGeometry height="160" width="80" as="geometry" />
        </mxCell>
        <mxCell id="QHgMQiRaE8kp91t9TFko-54" parent="QHgMQiRaE8kp91t9TFko-51" style="rounded=1;whiteSpace=wrap;html=1;" value="ManualPage&lt;br&gt;Sub" vertex="1">
          <mxGeometry height="30" width="70" x="5" y="20" as="geometry" />
        </mxCell>
        <mxCell id="QHgMQiRaE8kp91t9TFko-55" parent="QHgMQiRaE8kp91t9TFko-51" style="rounded=1;whiteSpace=wrap;html=1;dashed=1;" value="...." vertex="1">
          <mxGeometry height="30" width="70" x="5" y="120" as="geometry" />
        </mxCell>
        <mxCell id="QHgMQiRaE8kp91t9TFko-56" connectable="0" parent="1" style="group" value="" vertex="1">
          <mxGeometry height="150" width="100" x="500" y="2070" as="geometry" />
        </mxCell>
        <mxCell id="QHgMQiRaE8kp91t9TFko-37" parent="QHgMQiRaE8kp91t9TFko-56" style="rounded=1;whiteSpace=wrap;html=1;fillColor=#dae8fc;strokeColor=#6c8ebf;" value="" vertex="1">
          <mxGeometry height="130" width="90" x="5" y="20" as="geometry" />
        </mxCell>
        <mxCell id="QHgMQiRaE8kp91t9TFko-31" parent="QHgMQiRaE8kp91t9TFko-56" style="rounded=1;whiteSpace=wrap;html=1;" value="ManualPage&lt;br&gt;Sub/Pub" vertex="1">
          <mxGeometry height="30" width="70" x="15" y="70" as="geometry" />
        </mxCell>
        <mxCell id="QHgMQiRaE8kp91t9TFko-33" parent="QHgMQiRaE8kp91t9TFko-56" style="rounded=1;whiteSpace=wrap;html=1;" value="MainPage&lt;br&gt;Sub/Pub" vertex="1">
          <mxGeometry height="30" width="70" x="15" y="30" as="geometry" />
        </mxCell>
        <mxCell id="QHgMQiRaE8kp91t9TFko-35" parent="QHgMQiRaE8kp91t9TFko-56" style="rounded=1;whiteSpace=wrap;html=1;dashed=1;" value="...." vertex="1">
          <mxGeometry height="30" width="70" x="15" y="110" as="geometry" />
        </mxCell>
        <mxCell id="QHgMQiRaE8kp91t9TFko-38" parent="QHgMQiRaE8kp91t9TFko-56" style="text;html=1;whiteSpace=wrap;strokeColor=none;fillColor=none;align=center;verticalAlign=middle;rounded=0;fontStyle=1;fontSize=10;" value="页面的订阅/发布的&lt;br&gt;处理" vertex="1">
          <mxGeometry height="20" width="100" as="geometry" />
        </mxCell>
        <mxCell id="QHgMQiRaE8kp91t9TFko-57" edge="1" parent="1" source="QHgMQiRaE8kp91t9TFko-37" style="edgeStyle=orthogonalEdgeStyle;curved=1;rounded=0;orthogonalLoop=1;jettySize=auto;html=1;exitX=0;exitY=0.5;exitDx=0;exitDy=0;entryX=1;entryY=0.5;entryDx=0;entryDy=0;" target="QHgMQiRaE8kp91t9TFko-49">
          <mxGeometry relative="1" as="geometry" />
        </mxCell>
        <mxCell id="QHgMQiRaE8kp91t9TFko-59" edge="1" parent="1" source="QHgMQiRaE8kp91t9TFko-52" style="edgeStyle=orthogonalEdgeStyle;curved=1;rounded=0;orthogonalLoop=1;jettySize=auto;html=1;exitX=0;exitY=0.5;exitDx=0;exitDy=0;entryX=1;entryY=0.5;entryDx=0;entryDy=0;" target="QHgMQiRaE8kp91t9TFko-50">
          <mxGeometry relative="1" as="geometry" />
        </mxCell>
        <mxCell id="QHgMQiRaE8kp91t9TFko-72" edge="1" parent="1" source="QHgMQiRaE8kp91t9TFko-66" style="edgeStyle=orthogonalEdgeStyle;curved=1;rounded=0;orthogonalLoop=1;jettySize=auto;html=1;exitX=0;exitY=0.5;exitDx=0;exitDy=0;entryX=1;entryY=0.5;entryDx=0;entryDy=0;" target="QHgMQiRaE8kp91t9TFko-37">
          <mxGeometry relative="1" as="geometry" />
        </mxCell>
        <mxCell id="QHgMQiRaE8kp91t9TFko-66" parent="1" style="rounded=1;whiteSpace=wrap;html=1;" value="Hal::Sensor&lt;br&gt;Get" vertex="1">
          <mxGeometry height="30" width="120" x="640" y="2130" as="geometry" />
        </mxCell>
        <mxCell id="QHgMQiRaE8kp91t9TFko-73" edge="1" parent="1" source="QHgMQiRaE8kp91t9TFko-67" style="edgeStyle=orthogonalEdgeStyle;curved=1;rounded=0;orthogonalLoop=1;jettySize=auto;html=1;exitX=0;exitY=0.5;exitDx=0;exitDy=0;entryX=1;entryY=0.75;entryDx=0;entryDy=0;" target="QHgMQiRaE8kp91t9TFko-37">
          <mxGeometry relative="1" as="geometry" />
        </mxCell>
        <mxCell id="QHgMQiRaE8kp91t9TFko-67" parent="1" style="rounded=1;whiteSpace=wrap;html=1;" value="APP::Pipeline Status&lt;br&gt;Get" vertex="1">
          <mxGeometry height="30" width="120" x="640" y="2190" as="geometry" />
        </mxCell>
        <mxCell id="2UAaex6_is9iRHGtf3RM-2" parent="1" style="text;html=1;whiteSpace=wrap;strokeColor=none;fillColor=none;align=center;verticalAlign=middle;rounded=0;fontSize=17;" value="咖啡机控制板的数据传递（第二阶段）" vertex="1">
          <mxGeometry height="30" width="300" x="10" y="1880" as="geometry" />
        </mxCell>
        <mxCell id="2UAaex6_is9iRHGtf3RM-9" edge="1" parent="1" source="2UAaex6_is9iRHGtf3RM-3" style="edgeStyle=orthogonalEdgeStyle;curved=1;rounded=0;orthogonalLoop=1;jettySize=auto;html=1;exitX=1;exitY=0.75;exitDx=0;exitDy=0;entryX=0;entryY=0.75;entryDx=0;entryDy=0;" target="2UAaex6_is9iRHGtf3RM-5">
          <mxGeometry relative="1" as="geometry" />
        </mxCell>
        <mxCell id="2UAaex6_is9iRHGtf3RM-10" connectable="0" parent="2UAaex6_is9iRHGtf3RM-9" style="edgeLabel;html=1;align=center;verticalAlign=middle;resizable=0;points=[];" value="完成时发送响应&lt;br&gt;MachineStatus_Publish" vertex="1">
          <mxGeometry relative="1" x="0.0235" y="1" as="geometry">
            <mxPoint as="offset" />
          </mxGeometry>
        </mxCell>
        <mxCell id="2UAaex6_is9iRHGtf3RM-3" parent="1" style="rounded=1;whiteSpace=wrap;html=1;" value="main_page" vertex="1">
          <mxGeometry height="60" width="70" x="100" y="2480" as="geometry" />
        </mxCell>
        <mxCell id="2UAaex6_is9iRHGtf3RM-4" parent="1" style="text;html=1;whiteSpace=wrap;strokeColor=none;fillColor=none;align=center;verticalAlign=middle;rounded=0;fontSize=16;fontStyle=1" value="咖啡机控制板" vertex="1">
          <mxGeometry height="30" width="100" x="100" y="2410" as="geometry" />
        </mxCell>
        <mxCell id="2UAaex6_is9iRHGtf3RM-7" edge="1" parent="1" source="2UAaex6_is9iRHGtf3RM-5" style="edgeStyle=orthogonalEdgeStyle;rounded=0;orthogonalLoop=1;jettySize=auto;html=1;exitX=0;exitY=0.25;exitDx=0;exitDy=0;entryX=1;entryY=0.25;entryDx=0;entryDy=0;curved=1;" target="2UAaex6_is9iRHGtf3RM-3">
          <mxGeometry relative="1" as="geometry" />
        </mxCell>
        <mxCell id="2UAaex6_is9iRHGtf3RM-8" connectable="0" parent="2UAaex6_is9iRHGtf3RM-7" style="edgeLabel;html=1;align=center;verticalAlign=middle;resizable=0;points=[];" value="按键触发" vertex="1">
          <mxGeometry relative="1" x="-0.0162" y="1" as="geometry">
            <mxPoint as="offset" />
          </mxGeometry>
        </mxCell>
        <mxCell id="2UAaex6_is9iRHGtf3RM-5" parent="1" style="rounded=1;whiteSpace=wrap;html=1;" value="main_page" vertex="1">
          <mxGeometry height="60" width="70" x="340" y="2480" as="geometry" />
        </mxCell>
        <mxCell id="2UAaex6_is9iRHGtf3RM-6" parent="1" style="text;html=1;whiteSpace=wrap;strokeColor=none;fillColor=none;align=center;verticalAlign=middle;rounded=0;fontSize=16;fontStyle=1" value="触摸板" vertex="1">
          <mxGeometry height="30" width="60" x="340" y="2410" as="geometry" />
        </mxCell>
        <mxCell id="2UAaex6_is9iRHGtf3RM-11" edge="1" parent="1" source="2UAaex6_is9iRHGtf3RM-13" style="edgeStyle=orthogonalEdgeStyle;curved=1;rounded=0;orthogonalLoop=1;jettySize=auto;html=1;exitX=1;exitY=0.75;exitDx=0;exitDy=0;entryX=0;entryY=0.75;entryDx=0;entryDy=0;" target="2UAaex6_is9iRHGtf3RM-16">
          <mxGeometry relative="1" as="geometry" />
        </mxCell>
        <mxCell id="2UAaex6_is9iRHGtf3RM-12" connectable="0" parent="2UAaex6_is9iRHGtf3RM-11" style="edgeLabel;html=1;align=center;verticalAlign=middle;resizable=0;points=[];" value="循环发送状态" vertex="1">
          <mxGeometry relative="1" x="0.0235" y="1" as="geometry">
            <mxPoint as="offset" />
          </mxGeometry>
        </mxCell>
        <mxCell id="2UAaex6_is9iRHGtf3RM-13" parent="1" style="rounded=1;whiteSpace=wrap;html=1;" value="ManualPage" vertex="1">
          <mxGeometry height="110" width="70" x="100" y="2590" as="geometry" />
        </mxCell>
        <mxCell id="2UAaex6_is9iRHGtf3RM-14" edge="1" parent="1" source="2UAaex6_is9iRHGtf3RM-16" style="edgeStyle=orthogonalEdgeStyle;rounded=0;orthogonalLoop=1;jettySize=auto;html=1;exitX=0;exitY=0.25;exitDx=0;exitDy=0;entryX=1;entryY=0.25;entryDx=0;entryDy=0;curved=1;" target="2UAaex6_is9iRHGtf3RM-13">
          <mxGeometry relative="1" as="geometry" />
        </mxCell>
        <mxCell id="2UAaex6_is9iRHGtf3RM-15" connectable="0" parent="2UAaex6_is9iRHGtf3RM-14" style="edgeLabel;html=1;align=center;verticalAlign=middle;resizable=0;points=[];" value="加载会发布RES/GET&lt;br&gt;告诉切换页面" vertex="1">
          <mxGeometry relative="1" x="-0.0162" y="1" as="geometry">
            <mxPoint as="offset" />
          </mxGeometry>
        </mxCell>
        <mxCell id="So0UA55S36cV1F2LpzZS-1" edge="1" parent="1" source="2UAaex6_is9iRHGtf3RM-16" style="edgeStyle=orthogonalEdgeStyle;rounded=0;orthogonalLoop=1;jettySize=auto;html=1;exitX=0;exitY=0.5;exitDx=0;exitDy=0;entryX=1;entryY=0.5;entryDx=0;entryDy=0;" target="2UAaex6_is9iRHGtf3RM-13">
          <mxGeometry relative="1" as="geometry" />
        </mxCell>
        <mxCell id="So0UA55S36cV1F2LpzZS-2" connectable="0" parent="So0UA55S36cV1F2LpzZS-1" style="edgeLabel;html=1;align=center;verticalAlign=middle;resizable=0;points=[];" value="下拉框/按键" vertex="1">
          <mxGeometry relative="1" x="-0.0353" as="geometry">
            <mxPoint as="offset" />
          </mxGeometry>
        </mxCell>
        <mxCell id="2UAaex6_is9iRHGtf3RM-16" parent="1" style="rounded=1;whiteSpace=wrap;html=1;" value="ManualPage" vertex="1">
          <mxGeometry height="110" width="70" x="340" y="2590" as="geometry" />
        </mxCell>
        <mxCell id="So0UA55S36cV1F2LpzZS-4" edge="1" parent="1" source="So0UA55S36cV1F2LpzZS-6" style="edgeStyle=orthogonalEdgeStyle;curved=1;rounded=0;orthogonalLoop=1;jettySize=auto;html=1;exitX=1;exitY=0.75;exitDx=0;exitDy=0;entryX=0;entryY=0.75;entryDx=0;entryDy=0;startArrow=classic;startFill=1;endArrow=none;endFill=0;" target="So0UA55S36cV1F2LpzZS-11">
          <mxGeometry relative="1" as="geometry" />
        </mxCell>
        <mxCell id="So0UA55S36cV1F2LpzZS-5" connectable="0" parent="So0UA55S36cV1F2LpzZS-4" style="edgeLabel;html=1;align=center;verticalAlign=middle;resizable=0;points=[];" value="保存数据" vertex="1">
          <mxGeometry relative="1" x="0.0235" y="1" as="geometry">
            <mxPoint as="offset" />
          </mxGeometry>
        </mxCell>
        <mxCell id="So0UA55S36cV1F2LpzZS-12" edge="1" parent="1" source="So0UA55S36cV1F2LpzZS-6" style="edgeStyle=orthogonalEdgeStyle;rounded=0;orthogonalLoop=1;jettySize=auto;html=1;exitX=1;exitY=0.5;exitDx=0;exitDy=0;entryX=0;entryY=0.5;entryDx=0;entryDy=0;" target="So0UA55S36cV1F2LpzZS-11">
          <mxGeometry relative="1" as="geometry" />
        </mxCell>
        <mxCell id="So0UA55S36cV1F2LpzZS-13" connectable="0" parent="So0UA55S36cV1F2LpzZS-12" style="edgeLabel;html=1;align=center;verticalAlign=middle;resizable=0;points=[];" value="返回数据&lt;br&gt;SUB_CMD_RES" vertex="1">
          <mxGeometry relative="1" x="-0.0639" as="geometry">
            <mxPoint as="offset" />
          </mxGeometry>
        </mxCell>
        <mxCell id="So0UA55S36cV1F2LpzZS-6" parent="1" style="rounded=1;whiteSpace=wrap;html=1;" value="CurerDesign" vertex="1">
          <mxGeometry height="140" width="70" x="100" y="2760" as="geometry" />
        </mxCell>
        <mxCell id="So0UA55S36cV1F2LpzZS-7" edge="1" parent="1" source="So0UA55S36cV1F2LpzZS-11" style="edgeStyle=orthogonalEdgeStyle;rounded=0;orthogonalLoop=1;jettySize=auto;html=1;exitX=0;exitY=0.25;exitDx=0;exitDy=0;entryX=1;entryY=0.25;entryDx=0;entryDy=0;curved=1;" target="So0UA55S36cV1F2LpzZS-6">
          <mxGeometry relative="1" as="geometry" />
        </mxCell>
        <mxCell id="So0UA55S36cV1F2LpzZS-8" connectable="0" parent="So0UA55S36cV1F2LpzZS-7" style="edgeLabel;html=1;align=center;verticalAlign=middle;resizable=0;points=[];" value="请求数据&lt;br&gt;SUB_CMD_GET" vertex="1">
          <mxGeometry relative="1" x="-0.0162" y="1" as="geometry">
            <mxPoint as="offset" />
          </mxGeometry>
        </mxCell>
        <mxCell id="So0UA55S36cV1F2LpzZS-11" parent="1" style="rounded=1;whiteSpace=wrap;html=1;" value="CurerDesign" vertex="1">
          <mxGeometry height="140" width="70" x="340" y="2760" as="geometry" />
        </mxCell>
        <mxCell id="So0UA55S36cV1F2LpzZS-16" edge="1" parent="1" source="So0UA55S36cV1F2LpzZS-20" style="edgeStyle=orthogonalEdgeStyle;curved=1;rounded=0;orthogonalLoop=1;jettySize=auto;html=1;exitX=1;exitY=0.75;exitDx=0;exitDy=0;entryX=0;entryY=0.75;entryDx=0;entryDy=0;startArrow=classic;startFill=1;endArrow=none;endFill=0;" target="So0UA55S36cV1F2LpzZS-23">
          <mxGeometry relative="1" as="geometry" />
        </mxCell>
        <mxCell id="So0UA55S36cV1F2LpzZS-17" connectable="0" parent="So0UA55S36cV1F2LpzZS-16" style="edgeLabel;html=1;align=center;verticalAlign=middle;resizable=0;points=[];" value="开关控制" vertex="1">
          <mxGeometry relative="1" x="0.0235" y="1" as="geometry">
            <mxPoint as="offset" />
          </mxGeometry>
        </mxCell>
        <mxCell id="So0UA55S36cV1F2LpzZS-18" edge="1" parent="1" source="So0UA55S36cV1F2LpzZS-20" style="edgeStyle=orthogonalEdgeStyle;rounded=0;orthogonalLoop=1;jettySize=auto;html=1;exitX=1;exitY=0.5;exitDx=0;exitDy=0;entryX=0;entryY=0.5;entryDx=0;entryDy=0;" target="So0UA55S36cV1F2LpzZS-23">
          <mxGeometry relative="1" as="geometry" />
        </mxCell>
        <mxCell id="So0UA55S36cV1F2LpzZS-19" connectable="0" parent="So0UA55S36cV1F2LpzZS-18" style="edgeLabel;html=1;align=center;verticalAlign=middle;resizable=0;points=[];" value="返回数据&lt;br&gt;SUB_CMD_RES" vertex="1">
          <mxGeometry relative="1" x="-0.0639" as="geometry">
            <mxPoint as="offset" />
          </mxGeometry>
        </mxCell>
        <mxCell id="So0UA55S36cV1F2LpzZS-20" parent="1" style="rounded=1;whiteSpace=wrap;html=1;" value="ExtTempCtl&lt;br&gt;&amp;amp;&lt;br&gt;SteamTempCtl" vertex="1">
          <mxGeometry height="180" width="90" x="100" y="2940" as="geometry" />
        </mxCell>
        <mxCell id="So0UA55S36cV1F2LpzZS-21" edge="1" parent="1" source="So0UA55S36cV1F2LpzZS-23" style="edgeStyle=orthogonalEdgeStyle;rounded=0;orthogonalLoop=1;jettySize=auto;html=1;exitX=0;exitY=0.25;exitDx=0;exitDy=0;entryX=1;entryY=0.25;entryDx=0;entryDy=0;curved=1;" target="So0UA55S36cV1F2LpzZS-20">
          <mxGeometry relative="1" as="geometry" />
        </mxCell>
        <mxCell id="So0UA55S36cV1F2LpzZS-22" connectable="0" parent="So0UA55S36cV1F2LpzZS-21" style="edgeLabel;html=1;align=center;verticalAlign=middle;resizable=0;points=[];" value="请求数据&lt;br&gt;SUB_CMD_GET" vertex="1">
          <mxGeometry relative="1" x="-0.0162" y="1" as="geometry">
            <mxPoint as="offset" />
          </mxGeometry>
        </mxCell>
        <mxCell id="So0UA55S36cV1F2LpzZS-23" parent="1" style="rounded=1;whiteSpace=wrap;html=1;" value="ExtTempCtl&lt;br&gt;&amp;amp;&lt;br&gt;SteamTempCtl" vertex="1">
          <mxGeometry height="180" width="90" x="340" y="2940" as="geometry" />
        </mxCell>
        <mxCell id="So0UA55S36cV1F2LpzZS-24" edge="1" parent="1" source="So0UA55S36cV1F2LpzZS-20" style="edgeStyle=orthogonalEdgeStyle;curved=1;rounded=0;orthogonalLoop=1;jettySize=auto;html=1;exitX=1.017;exitY=0.885;exitDx=0;exitDy=0;entryX=0;entryY=0.75;entryDx=0;entryDy=0;startArrow=classic;startFill=1;endArrow=none;endFill=0;exitPerimeter=0;">
          <mxGeometry relative="1" as="geometry">
            <mxPoint x="170" y="3100" as="sourcePoint" />
            <mxPoint x="340" y="3100" as="targetPoint" />
          </mxGeometry>
        </mxCell>
        <mxCell id="So0UA55S36cV1F2LpzZS-25" connectable="0" parent="So0UA55S36cV1F2LpzZS-24" style="edgeLabel;html=1;align=center;verticalAlign=middle;resizable=0;points=[];" value="保存数据" vertex="1">
          <mxGeometry relative="1" x="0.0235" y="1" as="geometry">
            <mxPoint as="offset" />
          </mxGeometry>
        </mxCell>
        <mxCell id="So0UA55S36cV1F2LpzZS-28" parent="1" style="rounded=1;whiteSpace=wrap;html=1;" value="Settings" vertex="1">
          <mxGeometry height="60" width="70" x="560" y="2440" as="geometry" />
        </mxCell>
        <mxCell id="So0UA55S36cV1F2LpzZS-30" edge="1" parent="1" source="So0UA55S36cV1F2LpzZS-29" style="edgeStyle=orthogonalEdgeStyle;rounded=0;orthogonalLoop=1;jettySize=auto;html=1;exitX=0;exitY=0.5;exitDx=0;exitDy=0;entryX=1;entryY=0.5;entryDx=0;entryDy=0;" target="So0UA55S36cV1F2LpzZS-28">
          <mxGeometry relative="1" as="geometry" />
        </mxCell>
        <mxCell id="So0UA55S36cV1F2LpzZS-31" connectable="0" parent="So0UA55S36cV1F2LpzZS-30" style="edgeLabel;html=1;align=center;verticalAlign=middle;resizable=0;points=[];" value="Reset" vertex="1">
          <mxGeometry relative="1" x="0.0595" as="geometry">
            <mxPoint as="offset" />
          </mxGeometry>
        </mxCell>
        <mxCell id="So0UA55S36cV1F2LpzZS-29" parent="1" style="rounded=1;whiteSpace=wrap;html=1;" value="Settings" vertex="1">
          <mxGeometry height="60" width="70" x="750" y="2440" as="geometry" />
        </mxCell>
        <mxCell id="So0UA55S36cV1F2LpzZS-36" edge="1" parent="1" source="So0UA55S36cV1F2LpzZS-32" style="edgeStyle=orthogonalEdgeStyle;rounded=0;orthogonalLoop=1;jettySize=auto;html=1;exitX=1;exitY=0.5;exitDx=0;exitDy=0;entryX=0;entryY=0.5;entryDx=0;entryDy=0;" target="So0UA55S36cV1F2LpzZS-33">
          <mxGeometry relative="1" as="geometry" />
        </mxCell>
        <mxCell id="So0UA55S36cV1F2LpzZS-37" connectable="0" parent="So0UA55S36cV1F2LpzZS-36" style="edgeLabel;html=1;align=center;verticalAlign=middle;resizable=0;points=[];fontSize=7;" value="反馈数据&lt;br&gt;SUB_CMD_RES" vertex="1">
          <mxGeometry relative="1" x="-0.1701" y="-1" as="geometry">
            <mxPoint x="10" y="-1" as="offset" />
          </mxGeometry>
        </mxCell>
        <mxCell id="So0UA55S36cV1F2LpzZS-42" edge="1" parent="1" source="So0UA55S36cV1F2LpzZS-32" style="edgeStyle=orthogonalEdgeStyle;rounded=0;orthogonalLoop=1;jettySize=auto;html=1;exitX=1;exitY=0.75;exitDx=0;exitDy=0;entryX=0;entryY=0.75;entryDx=0;entryDy=0;" target="So0UA55S36cV1F2LpzZS-33">
          <mxGeometry relative="1" as="geometry" />
        </mxCell>
        <mxCell id="So0UA55S36cV1F2LpzZS-43" connectable="0" parent="So0UA55S36cV1F2LpzZS-42" style="edgeLabel;html=1;align=center;verticalAlign=bottom;resizable=0;points=[];fontSize=6;" value="循环发送剩余次数" vertex="1">
          <mxGeometry relative="1" x="-0.0593" as="geometry">
            <mxPoint y="6" as="offset" />
          </mxGeometry>
        </mxCell>
        <mxCell id="So0UA55S36cV1F2LpzZS-32" parent="1" style="rounded=1;whiteSpace=wrap;html=1;" value="AutoClean" vertex="1">
          <mxGeometry height="150" width="70" x="560" y="2530" as="geometry" />
        </mxCell>
        <mxCell id="So0UA55S36cV1F2LpzZS-34" edge="1" parent="1" source="So0UA55S36cV1F2LpzZS-33" style="edgeStyle=orthogonalEdgeStyle;rounded=0;orthogonalLoop=1;jettySize=auto;html=1;exitX=0;exitY=0.25;exitDx=0;exitDy=0;entryX=1;entryY=0.25;entryDx=0;entryDy=0;" target="So0UA55S36cV1F2LpzZS-32">
          <mxGeometry relative="1" as="geometry" />
        </mxCell>
        <mxCell id="So0UA55S36cV1F2LpzZS-35" connectable="0" parent="So0UA55S36cV1F2LpzZS-34" style="edgeLabel;html=1;align=center;verticalAlign=middle;resizable=0;points=[];fontSize=7;" value="页面开始&lt;br&gt;SUB_CMD_GET" vertex="1">
          <mxGeometry relative="1" x="-0.0278" as="geometry">
            <mxPoint y="-17" as="offset" />
          </mxGeometry>
        </mxCell>
        <mxCell id="So0UA55S36cV1F2LpzZS-38" edge="1" parent="1" source="So0UA55S36cV1F2LpzZS-33" style="edgeStyle=orthogonalEdgeStyle;rounded=0;orthogonalLoop=1;jettySize=auto;html=1;exitX=0.014;exitY=0.366;exitDx=0;exitDy=0;entryX=1.035;entryY=0.369;entryDx=0;entryDy=0;exitPerimeter=0;entryPerimeter=0;" target="So0UA55S36cV1F2LpzZS-32">
          <mxGeometry relative="1" as="geometry" />
        </mxCell>
        <mxCell id="So0UA55S36cV1F2LpzZS-39" connectable="0" parent="So0UA55S36cV1F2LpzZS-38" style="edgeLabel;html=1;align=center;verticalAlign=middle;resizable=0;points=[];fontSize=7;" value="返回保存数据&lt;br&gt;SUB_CMD_SET" vertex="1">
          <mxGeometry relative="1" x="0.16" as="geometry">
            <mxPoint x="10" y="-7" as="offset" />
          </mxGeometry>
        </mxCell>
        <mxCell id="So0UA55S36cV1F2LpzZS-33" parent="1" style="rounded=1;whiteSpace=wrap;html=1;" value="AutoClean" vertex="1">
          <mxGeometry height="150" width="70" x="750" y="2530" as="geometry" />
        </mxCell>
        <mxCell id="So0UA55S36cV1F2LpzZS-40" edge="1" parent="1" style="edgeStyle=orthogonalEdgeStyle;rounded=0;orthogonalLoop=1;jettySize=auto;html=1;exitX=1;exitY=0.5;exitDx=0;exitDy=0;entryX=0;entryY=0.5;entryDx=0;entryDy=0;">
          <mxGeometry relative="1" as="geometry">
            <mxPoint x="630" y="2630" as="sourcePoint" />
            <mxPoint x="750" y="2630" as="targetPoint" />
          </mxGeometry>
        </mxCell>
        <mxCell id="So0UA55S36cV1F2LpzZS-41" connectable="0" parent="So0UA55S36cV1F2LpzZS-40" style="edgeLabel;html=1;align=center;verticalAlign=middle;resizable=0;points=[];fontSize=4;" value="开始/停止&lt;br&gt;SUB_CMD_AUTO_CLEAN_START/STOP" vertex="1">
          <mxGeometry relative="1" x="-0.1701" y="-1" as="geometry">
            <mxPoint x="10" y="-1" as="offset" />
          </mxGeometry>
        </mxCell>
        <mxCell id="So0UA55S36cV1F2LpzZS-50" edge="1" parent="1" source="So0UA55S36cV1F2LpzZS-44" style="edgeStyle=orthogonalEdgeStyle;rounded=0;orthogonalLoop=1;jettySize=auto;html=1;exitX=1;exitY=0.75;exitDx=0;exitDy=0;entryX=0;entryY=0.75;entryDx=0;entryDy=0;" target="So0UA55S36cV1F2LpzZS-47">
          <mxGeometry relative="1" as="geometry" />
        </mxCell>
        <mxCell id="So0UA55S36cV1F2LpzZS-51" connectable="0" parent="So0UA55S36cV1F2LpzZS-50" style="edgeLabel;html=1;align=center;verticalAlign=middle;resizable=0;points=[];" value="SET" vertex="1">
          <mxGeometry relative="1" x="-0.0389" as="geometry">
            <mxPoint as="offset" />
          </mxGeometry>
        </mxCell>
        <mxCell id="So0UA55S36cV1F2LpzZS-44" parent="1" style="rounded=1;whiteSpace=wrap;html=1;" value="AutoSleep" vertex="1">
          <mxGeometry height="60" width="70" x="560" y="2720" as="geometry" />
        </mxCell>
        <mxCell id="So0UA55S36cV1F2LpzZS-48" edge="1" parent="1" source="So0UA55S36cV1F2LpzZS-47" style="edgeStyle=orthogonalEdgeStyle;rounded=0;orthogonalLoop=1;jettySize=auto;html=1;exitX=0;exitY=0.25;exitDx=0;exitDy=0;entryX=1;entryY=0.25;entryDx=0;entryDy=0;" target="So0UA55S36cV1F2LpzZS-44">
          <mxGeometry relative="1" as="geometry" />
        </mxCell>
        <mxCell id="So0UA55S36cV1F2LpzZS-49" connectable="0" parent="So0UA55S36cV1F2LpzZS-48" style="edgeLabel;html=1;align=center;verticalAlign=middle;resizable=0;points=[];" value="GET" vertex="1">
          <mxGeometry relative="1" x="0.05" as="geometry">
            <mxPoint as="offset" />
          </mxGeometry>
        </mxCell>
        <mxCell id="So0UA55S36cV1F2LpzZS-47" parent="1" style="rounded=1;whiteSpace=wrap;html=1;" value="AutoSleep" vertex="1">
          <mxGeometry height="60" width="70" x="750" y="2720" as="geometry" />
        </mxCell>
        <mxCell id="So0UA55S36cV1F2LpzZS-52" parent="1" style="rounded=1;whiteSpace=wrap;html=1;" value="WifiLIst" vertex="1">
          <mxGeometry height="130" width="70" x="560" y="2820" as="geometry" />
        </mxCell>
        <mxCell id="So0UA55S36cV1F2LpzZS-53" parent="1" style="rounded=1;whiteSpace=wrap;html=1;" value="WifiLIst" vertex="1">
          <mxGeometry height="130" width="70" x="750" y="2820" as="geometry" />
        </mxCell>
        <mxCell id="So0UA55S36cV1F2LpzZS-54" edge="1" parent="1" style="edgeStyle=orthogonalEdgeStyle;rounded=0;orthogonalLoop=1;jettySize=auto;html=1;exitX=0;exitY=0.25;exitDx=0;exitDy=0;entryX=1;entryY=0.25;entryDx=0;entryDy=0;">
          <mxGeometry relative="1" as="geometry">
            <mxPoint x="750" y="2850" as="sourcePoint" />
            <mxPoint x="630" y="2850" as="targetPoint" />
          </mxGeometry>
        </mxCell>
        <mxCell id="So0UA55S36cV1F2LpzZS-55" connectable="0" parent="So0UA55S36cV1F2LpzZS-54" style="edgeLabel;html=1;align=center;verticalAlign=middle;resizable=0;points=[];" value="RES(通知)" vertex="1">
          <mxGeometry relative="1" x="0.05" as="geometry">
            <mxPoint as="offset" />
          </mxGeometry>
        </mxCell>
        <mxCell id="So0UA55S36cV1F2LpzZS-56" edge="1" parent="1" style="edgeStyle=orthogonalEdgeStyle;rounded=0;orthogonalLoop=1;jettySize=auto;html=1;exitX=0;exitY=0.25;exitDx=0;exitDy=0;entryX=1;entryY=0.25;entryDx=0;entryDy=0;">
          <mxGeometry relative="1" as="geometry">
            <Array as="points">
              <mxPoint x="700" y="2870" />
              <mxPoint x="700" y="2870" />
            </Array>
            <mxPoint x="750" y="2870" as="sourcePoint" />
            <mxPoint x="630" y="2870" as="targetPoint" />
          </mxGeometry>
        </mxCell>
        <mxCell id="So0UA55S36cV1F2LpzZS-57" connectable="0" parent="So0UA55S36cV1F2LpzZS-56" style="edgeLabel;html=1;align=center;verticalAlign=middle;resizable=0;points=[];fontSize=6;" value="SUB_CMD_SETTING_WIFI_SCAN" vertex="1">
          <mxGeometry relative="1" x="0.05" as="geometry">
            <mxPoint as="offset" />
          </mxGeometry>
        </mxCell>
        <mxCell id="So0UA55S36cV1F2LpzZS-58" edge="1" parent="1" style="edgeStyle=orthogonalEdgeStyle;rounded=0;orthogonalLoop=1;jettySize=auto;html=1;exitX=0;exitY=0.25;exitDx=0;exitDy=0;entryX=1;entryY=0.25;entryDx=0;entryDy=0;startArrow=classic;startFill=1;endArrow=none;endFill=0;">
          <mxGeometry relative="1" as="geometry">
            <mxPoint x="750" y="2890" as="sourcePoint" />
            <mxPoint x="630" y="2890" as="targetPoint" />
          </mxGeometry>
        </mxCell>
        <mxCell id="So0UA55S36cV1F2LpzZS-59" connectable="0" parent="So0UA55S36cV1F2LpzZS-58" style="edgeLabel;html=1;align=center;verticalAlign=middle;resizable=0;points=[];fontColor=#FF0000;" value="WIFI LIST" vertex="1">
          <mxGeometry relative="1" x="0.05" as="geometry">
            <mxPoint as="offset" />
          </mxGeometry>
        </mxCell>
        <mxCell id="So0UA55S36cV1F2LpzZS-60" edge="1" parent="1" style="edgeStyle=orthogonalEdgeStyle;rounded=0;orthogonalLoop=1;jettySize=auto;html=1;exitX=0;exitY=0.25;exitDx=0;exitDy=0;entryX=1;entryY=0.25;entryDx=0;entryDy=0;">
          <mxGeometry relative="1" as="geometry">
            <mxPoint x="750" y="2910" as="sourcePoint" />
            <mxPoint x="630" y="2910" as="targetPoint" />
          </mxGeometry>
        </mxCell>
        <mxCell id="So0UA55S36cV1F2LpzZS-61" connectable="0" parent="So0UA55S36cV1F2LpzZS-60" style="edgeLabel;html=1;align=center;verticalAlign=middle;resizable=0;points=[];" value="连接" vertex="1">
          <mxGeometry relative="1" x="0.05" as="geometry">
            <mxPoint as="offset" />
          </mxGeometry>
        </mxCell>
        <mxCell id="So0UA55S36cV1F2LpzZS-62" edge="1" parent="1" style="edgeStyle=orthogonalEdgeStyle;rounded=0;orthogonalLoop=1;jettySize=auto;html=1;exitX=0;exitY=0.25;exitDx=0;exitDy=0;entryX=1;entryY=0.25;entryDx=0;entryDy=0;startArrow=none;startFill=0;endArrow=classic;endFill=1;">
          <mxGeometry relative="1" as="geometry">
            <mxPoint x="750" y="2930" as="sourcePoint" />
            <mxPoint x="630" y="2930" as="targetPoint" />
          </mxGeometry>
        </mxCell>
        <mxCell id="So0UA55S36cV1F2LpzZS-63" connectable="0" parent="So0UA55S36cV1F2LpzZS-62" style="edgeLabel;html=1;align=center;verticalAlign=middle;resizable=0;points=[];fontColor=#000000;" value="断开" vertex="1">
          <mxGeometry relative="1" x="0.05" as="geometry">
            <mxPoint as="offset" />
          </mxGeometry>
        </mxCell>
        <mxCell id="So0UA55S36cV1F2LpzZS-64" parent="1" style="rounded=1;whiteSpace=wrap;html=1;" value="BLE" vertex="1">
          <mxGeometry height="150" width="70" x="560" y="2980" as="geometry" />
        </mxCell>
        <mxCell id="So0UA55S36cV1F2LpzZS-65" parent="1" style="rounded=1;whiteSpace=wrap;html=1;" value="BLE" vertex="1">
          <mxGeometry height="150" width="70" x="750" y="2980" as="geometry" />
        </mxCell>
        <mxCell id="So0UA55S36cV1F2LpzZS-66" edge="1" parent="1" style="edgeStyle=orthogonalEdgeStyle;rounded=0;orthogonalLoop=1;jettySize=auto;html=1;exitX=0;exitY=0.25;exitDx=0;exitDy=0;entryX=1;entryY=0.25;entryDx=0;entryDy=0;">
          <mxGeometry relative="1" as="geometry">
            <mxPoint x="750" y="3010" as="sourcePoint" />
            <mxPoint x="630" y="3010" as="targetPoint" />
          </mxGeometry>
        </mxCell>
        <mxCell id="So0UA55S36cV1F2LpzZS-67" connectable="0" parent="So0UA55S36cV1F2LpzZS-66" style="edgeLabel;html=1;align=center;verticalAlign=middle;resizable=0;points=[];" value="RES(通知)" vertex="1">
          <mxGeometry relative="1" x="0.05" as="geometry">
            <mxPoint as="offset" />
          </mxGeometry>
        </mxCell>
        <mxCell id="So0UA55S36cV1F2LpzZS-68" edge="1" parent="1" style="edgeStyle=orthogonalEdgeStyle;rounded=0;orthogonalLoop=1;jettySize=auto;html=1;exitX=0;exitY=0.25;exitDx=0;exitDy=0;entryX=1;entryY=0.25;entryDx=0;entryDy=0;">
          <mxGeometry relative="1" as="geometry">
            <Array as="points">
              <mxPoint x="700" y="3030" />
              <mxPoint x="700" y="3030" />
            </Array>
            <mxPoint x="750" y="3030" as="sourcePoint" />
            <mxPoint x="630" y="3030" as="targetPoint" />
          </mxGeometry>
        </mxCell>
        <mxCell id="So0UA55S36cV1F2LpzZS-69" connectable="0" parent="So0UA55S36cV1F2LpzZS-68" style="edgeLabel;html=1;align=center;verticalAlign=middle;resizable=0;points=[];fontSize=11;" value="扫描" vertex="1">
          <mxGeometry relative="1" x="0.05" as="geometry">
            <mxPoint as="offset" />
          </mxGeometry>
        </mxCell>
        <mxCell id="So0UA55S36cV1F2LpzZS-70" edge="1" parent="1" style="edgeStyle=orthogonalEdgeStyle;rounded=0;orthogonalLoop=1;jettySize=auto;html=1;exitX=0;exitY=0.25;exitDx=0;exitDy=0;entryX=1;entryY=0.25;entryDx=0;entryDy=0;startArrow=classic;startFill=1;endArrow=none;endFill=0;">
          <mxGeometry relative="1" as="geometry">
            <mxPoint x="750" y="3050" as="sourcePoint" />
            <mxPoint x="630" y="3050" as="targetPoint" />
          </mxGeometry>
        </mxCell>
        <mxCell id="So0UA55S36cV1F2LpzZS-71" connectable="0" parent="So0UA55S36cV1F2LpzZS-70" style="edgeLabel;html=1;align=center;verticalAlign=middle;resizable=0;points=[];fontColor=#FF0000;" value="WIFI LIST" vertex="1">
          <mxGeometry relative="1" x="0.05" as="geometry">
            <mxPoint as="offset" />
          </mxGeometry>
        </mxCell>
        <mxCell id="So0UA55S36cV1F2LpzZS-72" edge="1" parent="1" style="edgeStyle=orthogonalEdgeStyle;rounded=0;orthogonalLoop=1;jettySize=auto;html=1;exitX=0;exitY=0.25;exitDx=0;exitDy=0;entryX=1;entryY=0.25;entryDx=0;entryDy=0;">
          <mxGeometry relative="1" as="geometry">
            <mxPoint x="750" y="3070" as="sourcePoint" />
            <mxPoint x="630" y="3070" as="targetPoint" />
          </mxGeometry>
        </mxCell>
        <mxCell id="So0UA55S36cV1F2LpzZS-73" connectable="0" parent="So0UA55S36cV1F2LpzZS-72" style="edgeLabel;html=1;align=center;verticalAlign=middle;resizable=0;points=[];" value="连接" vertex="1">
          <mxGeometry relative="1" x="0.05" as="geometry">
            <mxPoint as="offset" />
          </mxGeometry>
        </mxCell>
        <mxCell id="So0UA55S36cV1F2LpzZS-74" edge="1" parent="1" style="edgeStyle=orthogonalEdgeStyle;rounded=0;orthogonalLoop=1;jettySize=auto;html=1;exitX=0;exitY=0.25;exitDx=0;exitDy=0;entryX=1;entryY=0.25;entryDx=0;entryDy=0;startArrow=none;startFill=0;endArrow=classic;endFill=1;">
          <mxGeometry relative="1" as="geometry">
            <mxPoint x="750" y="3090" as="sourcePoint" />
            <mxPoint x="630" y="3090" as="targetPoint" />
          </mxGeometry>
        </mxCell>
        <mxCell id="So0UA55S36cV1F2LpzZS-75" connectable="0" parent="So0UA55S36cV1F2LpzZS-74" style="edgeLabel;html=1;align=center;verticalAlign=middle;resizable=0;points=[];fontColor=#000000;" value="断开" vertex="1">
          <mxGeometry relative="1" x="0.05" as="geometry">
            <mxPoint as="offset" />
          </mxGeometry>
        </mxCell>
        <mxCell id="So0UA55S36cV1F2LpzZS-76" edge="1" parent="1" style="edgeStyle=orthogonalEdgeStyle;rounded=0;orthogonalLoop=1;jettySize=auto;html=1;exitX=0;exitY=0.25;exitDx=0;exitDy=0;entryX=1;entryY=0.25;entryDx=0;entryDy=0;startArrow=none;startFill=0;endArrow=classic;endFill=1;">
          <mxGeometry relative="1" as="geometry">
            <mxPoint x="750" y="3110" as="sourcePoint" />
            <mxPoint x="630" y="3110" as="targetPoint" />
          </mxGeometry>
        </mxCell>
        <mxCell id="So0UA55S36cV1F2LpzZS-77" connectable="0" parent="So0UA55S36cV1F2LpzZS-76" style="edgeLabel;html=1;align=center;verticalAlign=middle;resizable=0;points=[];fontColor=#000000;" value="校准" vertex="1">
          <mxGeometry relative="1" x="0.05" as="geometry">
            <mxPoint as="offset" />
          </mxGeometry>
        </mxCell>
        <mxCell id="So0UA55S36cV1F2LpzZS-80" parent="1" style="text;html=1;whiteSpace=wrap;strokeColor=none;fillColor=none;align=center;verticalAlign=middle;rounded=0;fontSize=16;fontStyle=1" value="咖啡机控制板" vertex="1">
          <mxGeometry height="30" width="100" x="550" y="2390" as="geometry" />
        </mxCell>
        <mxCell id="So0UA55S36cV1F2LpzZS-81" parent="1" style="text;html=1;whiteSpace=wrap;strokeColor=none;fillColor=none;align=center;verticalAlign=middle;rounded=0;fontSize=16;fontStyle=1" value="触摸板" vertex="1">
          <mxGeometry height="30" width="60" x="755" y="2390" as="geometry" />
        </mxCell>
        <mxCell id="NuW3Zga8PzYkLoYC-sN2-1" parent="1" style="text;html=1;whiteSpace=wrap;strokeColor=none;fillColor=none;align=center;verticalAlign=middle;rounded=0;fontSize=17;" value="蓝牙传递" vertex="1">
          <mxGeometry height="30" width="80" x="1070" y="1830" as="geometry" />
        </mxCell>
        <mxCell id="NuW3Zga8PzYkLoYC-sN2-5" edge="1" parent="1" source="NuW3Zga8PzYkLoYC-sN2-2" style="edgeStyle=orthogonalEdgeStyle;rounded=0;orthogonalLoop=1;jettySize=auto;html=1;exitX=1;exitY=0.25;exitDx=0;exitDy=0;entryX=0;entryY=0.25;entryDx=0;entryDy=0;" target="NuW3Zga8PzYkLoYC-sN2-3">
          <mxGeometry relative="1" as="geometry" />
        </mxCell>
        <mxCell id="NuW3Zga8PzYkLoYC-sN2-7" connectable="0" parent="NuW3Zga8PzYkLoYC-sN2-5" style="edgeLabel;html=1;align=center;verticalAlign=middle;resizable=0;points=[];" value="Scan/连接/断开" vertex="1">
          <mxGeometry relative="1" x="-0.1231" as="geometry">
            <mxPoint as="offset" />
          </mxGeometry>
        </mxCell>
        <mxCell id="NuW3Zga8PzYkLoYC-sN2-6" edge="1" parent="1" source="NuW3Zga8PzYkLoYC-sN2-2" style="edgeStyle=orthogonalEdgeStyle;rounded=0;orthogonalLoop=1;jettySize=auto;html=1;exitX=1;exitY=0.75;exitDx=0;exitDy=0;entryX=0;entryY=0.75;entryDx=0;entryDy=0;" target="NuW3Zga8PzYkLoYC-sN2-3">
          <mxGeometry relative="1" as="geometry" />
        </mxCell>
        <mxCell id="NuW3Zga8PzYkLoYC-sN2-8" connectable="0" parent="NuW3Zga8PzYkLoYC-sN2-6" style="edgeLabel;html=1;align=center;verticalAlign=middle;resizable=0;points=[];" value="Send" vertex="1">
          <mxGeometry relative="1" x="-0.1354" y="2" as="geometry">
            <mxPoint as="offset" />
          </mxGeometry>
        </mxCell>
        <mxCell id="NuW3Zga8PzYkLoYC-sN2-2" parent="1" style="rounded=1;whiteSpace=wrap;html=1;" value="BLECentralScale.cpp&lt;br&gt;蓝牙中心设备" vertex="1">
          <mxGeometry height="60" width="120" x="1070" y="1930" as="geometry" />
        </mxCell>
        <mxCell id="NuW3Zga8PzYkLoYC-sN2-10" edge="1" parent="1" source="NuW3Zga8PzYkLoYC-sN2-3" style="edgeStyle=orthogonalEdgeStyle;rounded=0;orthogonalLoop=1;jettySize=auto;html=1;" target="NuW3Zga8PzYkLoYC-sN2-9" value="">
          <mxGeometry relative="1" as="geometry" />
        </mxCell>
        <mxCell id="NuW3Zga8PzYkLoYC-sN2-15" edge="1" parent="1" source="NuW3Zga8PzYkLoYC-sN2-3" style="edgeStyle=orthogonalEdgeStyle;rounded=0;orthogonalLoop=1;jettySize=auto;html=1;exitX=0.5;exitY=1;exitDx=0;exitDy=0;startArrow=classic;startFill=1;endArrow=none;endFill=0;dashed=1;">
          <mxGeometry relative="1" as="geometry">
            <mxPoint x="1320" y="2010" as="targetPoint" />
          </mxGeometry>
        </mxCell>
        <mxCell id="NuW3Zga8PzYkLoYC-sN2-16" connectable="0" parent="NuW3Zga8PzYkLoYC-sN2-15" style="edgeLabel;html=1;align=center;verticalAlign=middle;resizable=0;points=[];" value="串口" vertex="1">
          <mxGeometry relative="1" x="0.2006" y="1" as="geometry">
            <mxPoint as="offset" />
          </mxGeometry>
        </mxCell>
        <mxCell id="NuW3Zga8PzYkLoYC-sN2-3" parent="1" style="rounded=1;whiteSpace=wrap;html=1;" value="&lt;b&gt;&lt;font style=&quot;color: rgb(255, 51, 51);&quot;&gt;Account::&lt;/font&gt;&lt;/b&gt;&lt;br&gt;ElecScaleCaliHandler.cpp" vertex="1">
          <mxGeometry height="60" width="150" x="1320" y="1930" as="geometry" />
        </mxCell>
-         <mxCell id="NuW3Zga8PzYkLoYC-sN2-9" parent="1" style="rounded=1;whiteSpace=wrap;html=1;" value="&lt;b&gt;&lt;font style=&quot;color: rgb(255, 51, 51);&quot;&gt;Account::&lt;/font&gt;&lt;/b&gt;&lt;br&gt;BLE_Scale" vertex="1">
-           <mxGeometry height="60" width="150" x="1510" y="1930" as="geometry" />
+         <mxCell id="NuW3Zga8PzYkLoYC-sN2-9" parent="1" style="rounded=1;whiteSpace=wrap;html=1;" value="&lt;b&gt;&lt;font style=&quot;color: rgb(255, 51, 51);&quot;&gt;Account::&lt;/font&gt;&lt;/b&gt;&lt;br&gt;BLE_Scale&lt;br&gt;该账户用于内部消息传递" vertex="1">
+           <mxGeometry height="60" width="150" x="1505" y="1930" as="geometry" />
        </mxCell>
        <mxCell id="NuW3Zga8PzYkLoYC-sN2-11" parent="1" style="text;html=1;whiteSpace=wrap;strokeColor=none;fillColor=none;align=center;verticalAlign=middle;rounded=0;" value="接收数据" vertex="1">
          <mxGeometry height="30" width="60" x="1090" y="1900" as="geometry" />
        </mxCell>
        <mxCell id="NuW3Zga8PzYkLoYC-sN2-12" parent="1" style="text;html=1;whiteSpace=wrap;strokeColor=none;fillColor=none;align=center;verticalAlign=middle;rounded=0;" value="UART调用触发&amp;amp;发布pub" vertex="1">
          <mxGeometry height="30" width="140" x="1330" y="1900" as="geometry" />
        </mxCell>
        <mxCell id="NuW3Zga8PzYkLoYC-sN2-13" parent="1" style="text;html=1;whiteSpace=wrap;strokeColor=none;fillColor=none;align=center;verticalAlign=middle;rounded=0;" value="将解析好的数据进行PUB" vertex="1">
          <mxGeometry height="30" width="140" x="1510" y="1900" as="geometry" />
        </mxCell>
-         <mxCell id="NuW3Zga8PzYkLoYC-sN2-14" parent="1" style="rounded=1;whiteSpace=wrap;html=1;" value="BLECentralScale.cpp&lt;br&gt;蓝牙外围设备" vertex="1">
-           <mxGeometry height="60" width="120" x="1070" y="2070" as="geometry" />
+         <mxCell id="NuW3Zga8PzYkLoYC-sN2-14" parent="1" style="rounded=1;whiteSpace=wrap;html=1;" value="BLEPeripheralTablet.cpp&lt;br&gt;蓝牙外围设备" vertex="1">
+           <mxGeometry height="60" width="140" x="1070" y="2070" as="geometry" />
        </mxCell>
      </root>
    </mxGraphModel>
  </diagram>
</mxfile>
